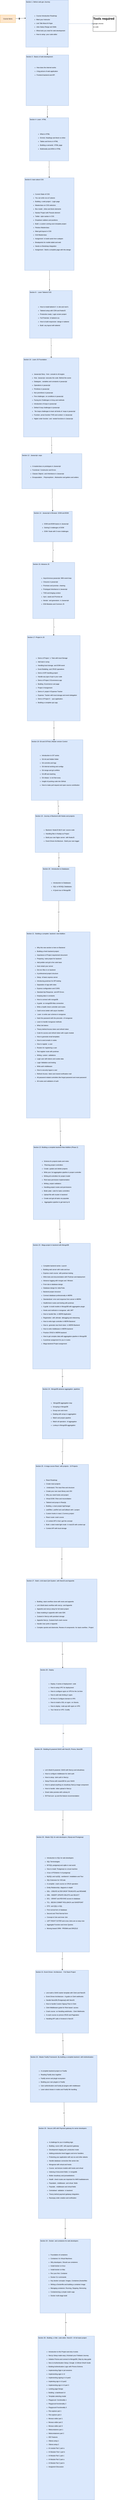
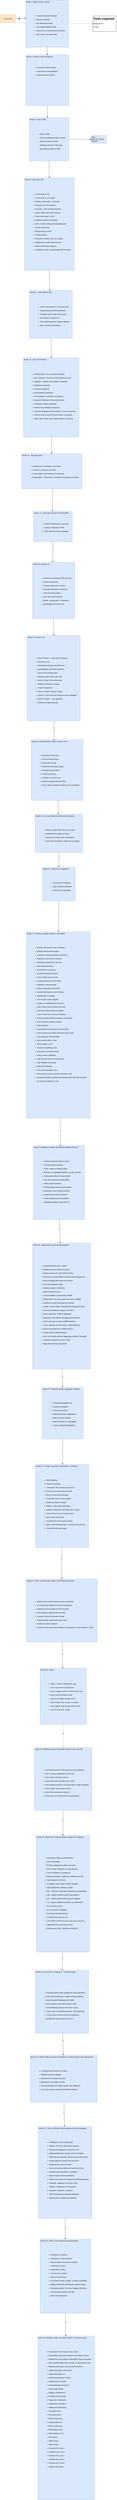
<mxfile host="65bd71144e">
    <diagram id="c_EHRjwDko8VzCd9NMD1" name="Notes">
-         <mxGraphModel dx="2178" dy="1175" grid="0" gridSize="10" guides="1" tooltips="1" connect="1" arrows="1" fold="1" page="0" pageScale="1" pageWidth="850" pageHeight="1100" math="0" shadow="0">
+         <mxGraphModel dx="1878" dy="1175" grid="0" gridSize="10" guides="1" tooltips="1" connect="1" arrows="1" fold="1" page="0" pageScale="1" pageWidth="850" pageHeight="1100" math="0" shadow="0">
            <root>
                <mxCell id="0"/>
                <mxCell id="1" parent="0"/>
                <mxCell id="4" value="Course Items" style="rounded=0;whiteSpace=wrap;html=1;fillColor=#ffe6cc;strokeColor=#d79b00;" vertex="1" parent="1">
                    <mxGeometry x="-1015" y="-642" width="120" height="60" as="geometry"/>
                </mxCell>
                <mxCell id="10" style="edgeStyle=none;html=1;entryX=0.5;entryY=0;entryDx=0;entryDy=0;" edge="1" parent="1" source="7" target="9">
                    <mxGeometry relative="1" as="geometry"/>
                </mxCell>
                <mxCell id="18" value="1" style="edgeLabel;html=1;align=center;verticalAlign=middle;resizable=0;points=[];" vertex="1" connectable="0" parent="10">
                    <mxGeometry x="-0.3668" y="-1" relative="1" as="geometry">
                        <mxPoint as="offset"/>
                    </mxGeometry>
                </mxCell>
                <mxCell id="94" style="edgeStyle=none;html=1;fillColor=#dae8fc;strokeColor=#6c8ebf;" edge="1" parent="1" source="7" target="93">
                    <mxGeometry relative="1" as="geometry"/>
                </mxCell>
                <mxCell id="7" value="Section 1- Before web gev Journey&#xa;&lt;p class=&quot;p2&quot;&gt;&lt;br&gt;&lt;/p&gt;&#xa;&lt;ul class=&quot;ul1&quot;&gt;&#xa;&lt;ul class=&quot;ul1&quot;&gt;&#xa;&lt;li class=&quot;li1&quot;&gt;Course Introduction Roadmap&lt;/li&gt;&#xa;&lt;li class=&quot;li1&quot;&gt;Meet your Instructor&lt;span class=&quot;Apple-converted-space&quot;&gt;&amp;nbsp;&lt;/span&gt;&lt;/li&gt;&#xa;&lt;li class=&quot;li1&quot;&gt;Lets Talk About AI Hype&lt;/li&gt;&#xa;&lt;li class=&quot;li1&quot;&gt;Jobs Salary Range and Skills&lt;/li&gt;&#xa;&lt;li class=&quot;li1&quot;&gt;What tools you need for web development&lt;/li&gt;&#xa;&lt;li class=&quot;li1&quot;&gt;How to setup&lt;span class=&quot;Apple-converted-space&quot;&gt;&amp;nbsp; &lt;/span&gt;your code editor&lt;/li&gt;&#xa;&lt;/ul&gt;&#xa;&lt;/ul&gt;" style="text;whiteSpace=wrap;html=1;fillColor=#dae8fc;strokeColor=#6c8ebf;" vertex="1" parent="1">
                    <mxGeometry x="-815" y="-757" width="332" height="365" as="geometry"/>
                </mxCell>
                <mxCell id="8" style="edgeStyle=none;html=1;entryX=0;entryY=0.384;entryDx=0;entryDy=0;entryPerimeter=0;" edge="1" parent="1" source="4" target="7">
                    <mxGeometry relative="1" as="geometry"/>
                </mxCell>
                <mxCell id="17" value="0" style="edgeLabel;html=1;align=center;verticalAlign=middle;resizable=0;points=[];fontColor=#FFFFFF;labelBackgroundColor=light-dark(#0d0d0d, #ededed);spacingTop=5;" vertex="1" connectable="0" parent="8">
                    <mxGeometry x="-0.2733" y="2" relative="1" as="geometry">
                        <mxPoint as="offset"/>
                    </mxGeometry>
                </mxCell>
                <mxCell id="9" value="Section 3 - Basics of web development &lt;br&gt;&#xa;&#xa;&lt;ul class=&quot;ul1&quot;&gt;&#xa;&lt;ul class=&quot;ul1&quot;&gt;&#xa;&lt;li class=&quot;li1&quot;&gt;How does the internet works&lt;span class=&quot;Apple-converted-space&quot;&gt;&amp;nbsp;&lt;/span&gt;&lt;/li&gt;&#xa;&lt;li class=&quot;li1&quot;&gt;A big picture of web application&lt;/li&gt;&#xa;&lt;li class=&quot;li1&quot;&gt;Frontend backend and API&lt;br&gt;&#xa;&lt;/li&gt;&#xa;&lt;/ul&gt;&#xa;&lt;/ul&gt;" style="text;whiteSpace=wrap;html=1;fillColor=#dae8fc;strokeColor=#6c8ebf;" vertex="1" parent="1">
                    <mxGeometry x="-813" y="-332" width="332" height="393" as="geometry"/>
                </mxCell>
                <mxCell id="14" style="edgeStyle=none;html=1;" edge="1" parent="1" source="11" target="13">
                    <mxGeometry relative="1" as="geometry"/>
                </mxCell>
                <mxCell id="20" value="3" style="edgeLabel;html=1;align=center;verticalAlign=middle;resizable=0;points=[];" vertex="1" connectable="0" parent="14">
                    <mxGeometry x="-0.2825" y="-2" relative="1" as="geometry">
                        <mxPoint as="offset"/>
                    </mxGeometry>
+                 </mxCell>
+                 <mxCell id="96" value="" style="edgeStyle=none;html=1;" edge="1" parent="1" source="11" target="95">
+                     <mxGeometry relative="1" as="geometry"/>
                </mxCell>
                <mxCell id="11" value="Section 4- Learn&lt;span class=&quot;Apple-converted-space&quot;&gt;&amp;nbsp; &lt;/span&gt;HTML&lt;br&gt;&#xa;&lt;br&gt;&#xa;&#xa;&lt;ul class=&quot;ul1&quot;&gt;&#xa;&lt;ul class=&quot;ul1&quot;&gt;&#xa;&lt;li class=&quot;li1&quot;&gt;What is HTML&lt;/li&gt;&#xa;&lt;li class=&quot;li1&quot;&gt;Emmet, Headings and block vs inline&lt;/li&gt;&#xa;&lt;li class=&quot;li1&quot;&gt;Tables and forms in HTML&lt;/li&gt;&#xa;&lt;li class=&quot;li1&quot;&gt;Building a semantic&lt;span class=&quot;Apple-converted-space&quot;&gt;&amp;nbsp; &lt;/span&gt;HTML page&lt;/li&gt;&#xa;&lt;li class=&quot;li1&quot;&gt;Multimedia and ARIA in HTML&lt;/li&gt;&#xa;&lt;/ul&gt;&#xa;&lt;/ul&gt;" style="text;whiteSpace=wrap;html=1;fillColor=#dae8fc;strokeColor=#6c8ebf;" vertex="1" parent="1">
                    <mxGeometry x="-786" y="155" width="305" height="335" as="geometry"/>
                </mxCell>
                <mxCell id="12" style="edgeStyle=none;html=1;entryX=0.456;entryY=-0.003;entryDx=0;entryDy=0;entryPerimeter=0;" edge="1" parent="1" source="9" target="11">
                    <mxGeometry relative="1" as="geometry"/>
                </mxCell>
                <mxCell id="19" value="2" style="edgeLabel;html=1;align=center;verticalAlign=middle;resizable=0;points=[];" vertex="1" connectable="0" parent="12">
                    <mxGeometry x="-0.3763" y="1" relative="1" as="geometry">
                        <mxPoint as="offset"/>
                    </mxGeometry>
                </mxCell>
                <mxCell id="13" value="Section 6- learn about CSS&lt;br&gt;&#xa;&lt;br&gt;&#xa;&#xa;&lt;ul class=&quot;ul1&quot;&gt;&#xa;&lt;ul class=&quot;ul1&quot;&gt;&#xa;&lt;li class=&quot;li1&quot;&gt;Current State of CSS&lt;/li&gt;&#xa;&lt;li class=&quot;li1&quot;&gt;You can write css at 3 places&lt;/li&gt;&#xa;&lt;li class=&quot;li1&quot;&gt;Building&lt;span class=&quot;Apple-converted-space&quot;&gt;&amp;nbsp; &lt;/span&gt;a web project - Login page&lt;/li&gt;&#xa;&lt;li class=&quot;li1&quot;&gt;Masterclass on CSS selectors&lt;/li&gt;&#xa;&lt;li class=&quot;li1&quot;&gt;Box model , inline and block elements&lt;/li&gt;&#xa;&lt;li class=&quot;li1&quot;&gt;Navbar Project with Pseudo element&lt;span class=&quot;Apple-converted-space&quot;&gt;&amp;nbsp;&lt;/span&gt;&lt;/li&gt;&#xa;&lt;li class=&quot;li1&quot;&gt;Twitter&lt;span class=&quot;Apple-converted-space&quot;&gt;&amp;nbsp; &lt;/span&gt;style navbar in CSS&lt;/li&gt;&#xa;&lt;li class=&quot;li1&quot;&gt;Dropdown nabbers and positions&lt;span class=&quot;Apple-converted-space&quot;&gt;&amp;nbsp;&lt;/span&gt;&lt;/li&gt;&#xa;&lt;li class=&quot;li1&quot;&gt;Build&lt;span class=&quot;Apple-converted-space&quot;&gt;&amp;nbsp; &lt;/span&gt;a custom coming soon template project&lt;/li&gt;&#xa;&lt;li class=&quot;li1&quot;&gt;Flexbox Masterclass&lt;span class=&quot;Apple-converted-space&quot;&gt;&amp;nbsp;&lt;/span&gt;&lt;/li&gt;&#xa;&lt;li class=&quot;li1&quot;&gt;Meet grid layout in CSS&lt;span class=&quot;Apple-converted-space&quot;&gt;&amp;nbsp;&lt;/span&gt;&lt;/li&gt;&#xa;&lt;li class=&quot;li1&quot;&gt;Grid Masterclass&lt;/li&gt;&#xa;&lt;li class=&quot;li1&quot;&gt;Assignment&lt;span class=&quot;Apple-converted-space&quot;&gt;&amp;nbsp; &lt;/span&gt;to build cards from codepen&lt;span class=&quot;Apple-converted-space&quot;&gt;&amp;nbsp;&lt;/span&gt;&lt;/li&gt;&#xa;&lt;li class=&quot;li1&quot;&gt;Breakpoints for mobile tablet and web&lt;/li&gt;&#xa;&lt;li class=&quot;li1&quot;&gt;Hands on Bootstrap integration&lt;/li&gt;&#xa;&lt;li class=&quot;li1&quot;&gt;Assignment - Build a complete page with this design&lt;/li&gt;&#xa;&lt;/ul&gt;&#xa;&lt;/ul&gt;" style="text;whiteSpace=wrap;html=1;fillColor=#dae8fc;strokeColor=#6c8ebf;" vertex="1" parent="1">
                    <mxGeometry x="-824" y="621" width="385" height="718" as="geometry"/>
                </mxCell>
                <mxCell id="23" style="edgeStyle=none;html=1;entryX=0.5;entryY=0;entryDx=0;entryDy=0;" edge="1" parent="1" source="15" target="22">
                    <mxGeometry relative="1" as="geometry"/>
                </mxCell>
                <mxCell id="26" value="5" style="edgeLabel;html=1;align=center;verticalAlign=middle;resizable=0;points=[];" vertex="1" connectable="0" parent="23">
                    <mxGeometry x="-0.2369" relative="1" as="geometry">
                        <mxPoint as="offset"/>
                    </mxGeometry>
                </mxCell>
                <mxCell id="15" value="Section 8 -&lt;span class=&quot;Apple-converted-space&quot;&gt;&amp;nbsp; &lt;/span&gt;Learn Tailwind CSS&lt;br&gt;&#xa;&lt;br&gt;&#xa;&#xa;&lt;ul class=&quot;ul1&quot;&gt;&#xa;&lt;ul class=&quot;ul1&quot;&gt;&#xa;&lt;li class=&quot;li1&quot;&gt;How to install tailwind 4&lt;span class=&quot;Apple-converted-space&quot;&gt;&amp;nbsp; &lt;/span&gt;in site and next’s&lt;/li&gt;&#xa;&lt;li class=&quot;li1&quot;&gt;Tailwind setup with CDN and NodeJS&lt;/li&gt;&#xa;&lt;li class=&quot;li1&quot;&gt;Production ready&lt;span class=&quot;Apple-converted-space&quot;&gt;&amp;nbsp; &lt;/span&gt;Login screen project&lt;/li&gt;&#xa;&lt;li class=&quot;li1&quot;&gt;Full Potential&lt;span class=&quot;Apple-converted-space&quot;&gt;&amp;nbsp; &lt;/span&gt;of tailwind css&lt;span class=&quot;Apple-converted-space&quot;&gt;&amp;nbsp;&lt;/span&gt;&lt;/li&gt;&#xa;&lt;li class=&quot;li1&quot;&gt;How to build responsive&lt;span class=&quot;Apple-converted-space&quot;&gt;&amp;nbsp; &lt;/span&gt;design in tailwind&lt;/li&gt;&#xa;&lt;li class=&quot;li1&quot;&gt;Build&lt;span class=&quot;Apple-converted-space&quot;&gt;&amp;nbsp; &lt;/span&gt;any layout with tailwind&lt;/li&gt;&#xa;&lt;/ul&gt;&#xa;&lt;/ul&gt;" style="text;whiteSpace=wrap;html=1;fillColor=#dae8fc;strokeColor=#6c8ebf;" vertex="1" parent="1">
                    <mxGeometry x="-786" y="1495" width="333" height="370" as="geometry"/>
                </mxCell>
                <mxCell id="16" style="edgeStyle=none;html=1;entryX=0.468;entryY=0.003;entryDx=0;entryDy=0;entryPerimeter=0;" edge="1" parent="1" source="13" target="15">
                    <mxGeometry relative="1" as="geometry"/>
                </mxCell>
                <mxCell id="21" value="4" style="edgeLabel;html=1;align=center;verticalAlign=middle;resizable=0;points=[];" vertex="1" connectable="0" parent="16">
                    <mxGeometry x="-0.1435" y="-1" relative="1" as="geometry">
                        <mxPoint as="offset"/>
                    </mxGeometry>
                </mxCell>
                <mxCell id="25" value="6" style="edgeStyle=none;html=1;" edge="1" parent="1" source="22" target="24">
                    <mxGeometry relative="1" as="geometry"/>
                </mxCell>
                <mxCell id="22" value="Section 10 - Learn JS Foundation&lt;br&gt;&#xa;&lt;br&gt;&#xa;&#xa;&lt;ul class=&quot;ul1&quot;&gt;&#xa;&lt;ul class=&quot;ul1&quot;&gt;&#xa;&lt;li class=&quot;li1&quot;&gt;Javascript Story - from&lt;span class=&quot;Apple-converted-space&quot;&gt;&amp;nbsp; &lt;/span&gt;console to v8 engine&lt;span class=&quot;Apple-converted-space&quot;&gt;&amp;nbsp;&lt;/span&gt;&lt;/li&gt;&#xa;&lt;li class=&quot;li1&quot;&gt;How&lt;span class=&quot;Apple-converted-space&quot;&gt;&amp;nbsp; &lt;/span&gt;Javascript&lt;span class=&quot;Apple-converted-space&quot;&gt;&amp;nbsp; &lt;/span&gt;executes the code- Behind the scene&lt;span class=&quot;Apple-converted-space&quot;&gt;&amp;nbsp;&lt;/span&gt;&lt;/li&gt;&#xa;&lt;li class=&quot;li1&quot;&gt;Datatypes , variables and constants in javascript&lt;/li&gt;&#xa;&lt;li class=&quot;li1&quot;&gt;Operations in javascript&lt;/li&gt;&#xa;&lt;li class=&quot;li1&quot;&gt;Primitives in javascript&lt;/li&gt;&#xa;&lt;li class=&quot;li1&quot;&gt;Non premitives in javascript&lt;/li&gt;&#xa;&lt;li class=&quot;li1&quot;&gt;Five challenges&lt;span class=&quot;Apple-converted-space&quot;&gt;&amp;nbsp; &lt;/span&gt;on conditions in javascript&lt;/li&gt;&#xa;&lt;li class=&quot;li1&quot;&gt;Facing ten Challenges in Array and methods&lt;span class=&quot;Apple-converted-space&quot;&gt;&amp;nbsp;&lt;/span&gt;&lt;/li&gt;&#xa;&lt;li class=&quot;li1&quot;&gt;Introduction of loops in javascript&lt;/li&gt;&#xa;&lt;li class=&quot;li1&quot;&gt;Defeat 6 loop challenges in javascript&lt;span class=&quot;Apple-converted-space&quot;&gt;&amp;nbsp;&lt;/span&gt;&lt;/li&gt;&#xa;&lt;li class=&quot;li1&quot;&gt;&lt;span class=&quot;Apple-converted-space&quot;&gt;&amp;nbsp;&lt;/span&gt;Ten loops challenges to learn all kinds of&lt;span class=&quot;Apple-converted-space&quot;&gt;&amp;nbsp; &lt;/span&gt;loops in javascript&lt;span class=&quot;Apple-converted-space&quot;&gt;&amp;nbsp;&lt;/span&gt;&lt;/li&gt;&#xa;&lt;li class=&quot;li1&quot;&gt;Function ,arrow function THIS and context&lt;span class=&quot;Apple-converted-space&quot;&gt;&amp;nbsp; &lt;/span&gt;in Javascript&lt;span class=&quot;Apple-converted-space&quot;&gt;&amp;nbsp;&lt;/span&gt;&lt;/li&gt;&#xa;&lt;li class=&quot;li1&quot;&gt;Higher order function&lt;span class=&quot;Apple-converted-space&quot;&gt;&amp;nbsp; &lt;/span&gt;and&lt;span class=&quot;Apple-converted-space&quot;&gt;&amp;nbsp; &lt;/span&gt;nested functions in Javascript&lt;/li&gt;&#xa;&lt;/ul&gt;&#xa;&lt;/ul&gt;" style="text;whiteSpace=wrap;html=1;fillColor=#dae8fc;strokeColor=#6c8ebf;" vertex="1" parent="1">
                    <mxGeometry x="-833" y="2017" width="432" height="614" as="geometry"/>
                </mxCell>
                <mxCell id="28" style="edgeStyle=none;html=1;" edge="1" parent="1" source="24" target="27">
                    <mxGeometry relative="1" as="geometry"/>
                </mxCell>
                <mxCell id="31" value="7" style="edgeLabel;html=1;align=center;verticalAlign=middle;resizable=0;points=[];" vertex="1" connectable="0" parent="28">
                    <mxGeometry x="-0.1548" y="-2" relative="1" as="geometry">
                        <mxPoint as="offset"/>
                    </mxGeometry>
                </mxCell>
                <mxCell id="24" value="Section 12 - Javascript -oops&lt;br&gt;&#xa;&#xa;&lt;ul class=&quot;ul1&quot;&gt;&#xa;&lt;ul class=&quot;ul1&quot;&gt;&#xa;&lt;li class=&quot;li1&quot;&gt;A masterclass on prototypes in Javascript&lt;/li&gt;&#xa;&lt;li class=&quot;li1&quot;&gt;Functional&lt;span class=&quot;Apple-converted-space&quot;&gt;&amp;nbsp; &lt;/span&gt;Constructor and Errors&lt;span class=&quot;Apple-converted-space&quot;&gt;&amp;nbsp;&lt;/span&gt;&lt;/li&gt;&#xa;&lt;li class=&quot;li1&quot;&gt;Classes Objects&lt;span class=&quot;Apple-converted-space&quot;&gt;&amp;nbsp; &lt;/span&gt;and Inheritance in Javascript&lt;span class=&quot;Apple-converted-space&quot;&gt;&amp;nbsp;&lt;/span&gt;&lt;/li&gt;&#xa;&lt;li class=&quot;li1&quot;&gt;Encapsulation&lt;span class=&quot;Apple-converted-space&quot;&gt;&amp;nbsp; &lt;/span&gt;, Polymorphism , Abstraction and getters and setters&lt;/li&gt;&#xa;&lt;/ul&gt;&#xa;&lt;/ul&gt;" style="text;whiteSpace=wrap;html=1;fillColor=#dae8fc;strokeColor=#6c8ebf;" vertex="1" parent="1">
                    <mxGeometry x="-846" y="2760" width="468" height="272" as="geometry"/>
                </mxCell>
                <mxCell id="27" value="Section 14 - Javascript in Browser -DOM and BOM&lt;br&gt;&#xa;&#xa;&lt;ul class=&quot;ul1&quot;&gt;&#xa;&lt;ul class=&quot;ul1&quot;&gt;&#xa;&lt;li class=&quot;li1&quot;&gt;DOM and BOM basics in Javascript&lt;/li&gt;&#xa;&lt;li class=&quot;li1&quot;&gt;Solving 5 challenges of DOM&lt;span class=&quot;Apple-converted-space&quot;&gt;&amp;nbsp;&lt;/span&gt;&lt;/li&gt;&#xa;&lt;li class=&quot;li1&quot;&gt;DOM&lt;span class=&quot;Apple-converted-space&quot;&gt;&amp;nbsp; &lt;/span&gt;finale with 5 more challenges&lt;span class=&quot;Apple-converted-space&quot;&gt;&amp;nbsp;&lt;/span&gt;&lt;/li&gt;&#xa;&lt;/ul&gt;&#xa;&lt;/ul&gt;" style="text;whiteSpace=wrap;html=1;fillColor=#dae8fc;strokeColor=#6c8ebf;" vertex="1" parent="1">
                    <mxGeometry x="-754" y="3207" width="301" height="237" as="geometry"/>
                </mxCell>
                <mxCell id="34" style="edgeStyle=none;html=1;exitX=0.5;exitY=1;exitDx=0;exitDy=0;entryX=0.5;entryY=0;entryDx=0;entryDy=0;" edge="1" parent="1" source="29" target="33">
                    <mxGeometry relative="1" as="geometry"/>
                </mxCell>
                <mxCell id="35" value="9" style="edgeLabel;html=1;align=center;verticalAlign=middle;resizable=0;points=[];" vertex="1" connectable="0" parent="34">
                    <mxGeometry x="0.0013" y="1" relative="1" as="geometry">
                        <mxPoint as="offset"/>
                    </mxGeometry>
                </mxCell>
                <mxCell id="29" value="Section 15- Advance JS&#xa;&lt;p class=&quot;p2&quot;&gt;&lt;br&gt;&lt;/p&gt;&#xa;&lt;ul class=&quot;ul1&quot;&gt;&#xa;&lt;ul class=&quot;ul1&quot;&gt;&#xa;&lt;li class=&quot;li1&quot;&gt;Asynchronous javascript. With event loop&lt;/li&gt;&#xa;&lt;li class=&quot;li1&quot;&gt;Closures in javascript&lt;span class=&quot;Apple-converted-space&quot;&gt;&amp;nbsp;&lt;/span&gt;&lt;/li&gt;&#xa;&lt;li class=&quot;li1&quot;&gt;Promises and promise&lt;span class=&quot;Apple-converted-space&quot;&gt;&amp;nbsp; &lt;/span&gt;chaining&lt;/li&gt;&#xa;&lt;li class=&quot;li1&quot;&gt;Prototypal Inheritance in Javascript&lt;/li&gt;&#xa;&lt;li class=&quot;li1&quot;&gt;THIS and binging context&lt;/li&gt;&#xa;&lt;li class=&quot;li1&quot;&gt;Aync -await and Promise all&lt;/li&gt;&#xa;&lt;li class=&quot;li1&quot;&gt;Iterator&lt;span class=&quot;Apple-converted-space&quot;&gt;&amp;nbsp; &lt;/span&gt;and generators&lt;span class=&quot;Apple-converted-space&quot;&gt;&amp;nbsp; &lt;/span&gt;in Javascript&lt;/li&gt;&#xa;&lt;li class=&quot;li1&quot;&gt;ES6 Modules and Common JS&lt;span class=&quot;Apple-converted-space&quot;&gt;&amp;nbsp;&lt;/span&gt;&lt;/li&gt;&#xa;&lt;/ul&gt;&#xa;&lt;/ul&gt;" style="text;whiteSpace=wrap;html=1;fillColor=#dae8fc;strokeColor=#6c8ebf;" vertex="1" parent="1">
                    <mxGeometry x="-761" y="3604" width="327" height="435" as="geometry"/>
                </mxCell>
                <mxCell id="30" style="edgeStyle=none;html=1;entryX=0.48;entryY=-0.005;entryDx=0;entryDy=0;entryPerimeter=0;" edge="1" parent="1" source="27" target="29">
                    <mxGeometry relative="1" as="geometry"/>
                </mxCell>
                <mxCell id="32" value="8" style="edgeLabel;html=1;align=center;verticalAlign=middle;resizable=0;points=[];" vertex="1" connectable="0" parent="30">
                    <mxGeometry x="-0.1763" y="2" relative="1" as="geometry">
                        <mxPoint as="offset"/>
                    </mxGeometry>
                </mxCell>
                <mxCell id="33" value="Section 17 -Project in JS&#xa;&lt;p class=&quot;p2&quot;&gt;&lt;br&gt;&lt;/p&gt;&#xa;&lt;p class=&quot;p2&quot;&gt;&lt;br&gt;&lt;/p&gt;&#xa;&lt;ul class=&quot;ul1&quot;&gt;&#xa;&lt;ul class=&quot;ul1&quot;&gt;&#xa;&lt;li class=&quot;li1&quot;&gt;Demo of Project&lt;span class=&quot;Apple-converted-space&quot;&gt;&amp;nbsp; &lt;/span&gt;1- Todo with local Storage&lt;/li&gt;&#xa;&lt;li class=&quot;li1&quot;&gt;Add task in array&lt;/li&gt;&#xa;&lt;li class=&quot;li1&quot;&gt;Handling local storage&lt;span class=&quot;Apple-converted-space&quot;&gt;&amp;nbsp; &lt;/span&gt;and DOM event&lt;span class=&quot;Apple-converted-space&quot;&gt;&amp;nbsp;&lt;/span&gt;&lt;/li&gt;&#xa;&lt;li class=&quot;li1&quot;&gt;Event Bubbling&lt;span class=&quot;Apple-converted-space&quot;&gt;&amp;nbsp; &lt;/span&gt;and CRUD operations&lt;span class=&quot;Apple-converted-space&quot;&gt;&amp;nbsp;&lt;/span&gt;&lt;/li&gt;&#xa;&lt;li class=&quot;li1&quot;&gt;Demo of API handling project&lt;/li&gt;&#xa;&lt;li class=&quot;li1&quot;&gt;Handle any type of api in your code&lt;span class=&quot;Apple-converted-space&quot;&gt;&amp;nbsp;&lt;/span&gt;&lt;/li&gt;&#xa;&lt;li class=&quot;li1&quot;&gt;Demo of Project 3 Ecommerce app&lt;/li&gt;&#xa;&lt;li class=&quot;li1&quot;&gt;Building&lt;span class=&quot;Apple-converted-space&quot;&gt;&amp;nbsp; &lt;/span&gt;Ecommerce cart page&lt;/li&gt;&#xa;&lt;li class=&quot;li1&quot;&gt;Project 3 Assignment&lt;span class=&quot;Apple-converted-space&quot;&gt;&amp;nbsp;&lt;/span&gt;&lt;/li&gt;&#xa;&lt;li class=&quot;li1&quot;&gt;Demo of&lt;span class=&quot;Apple-converted-space&quot;&gt;&amp;nbsp; &lt;/span&gt;project 4 Expense Tracker&lt;/li&gt;&#xa;&lt;li class=&quot;li1&quot;&gt;Expense&lt;span class=&quot;Apple-converted-space&quot;&gt;&amp;nbsp; &lt;/span&gt;Tracker with local storage and event delegation&lt;/li&gt;&#xa;&lt;li class=&quot;li1&quot;&gt;Demo of Project 5&lt;span class=&quot;Apple-converted-space&quot;&gt;&amp;nbsp; &lt;/span&gt;- quiz application.&lt;/li&gt;&#xa;&lt;li class=&quot;li1&quot;&gt;Building a complete quiz app.&lt;/li&gt;&#xa;&lt;/ul&gt;&#xa;&lt;/ul&gt;" style="text;whiteSpace=wrap;html=1;fillColor=#dae8fc;strokeColor=#6c8ebf;" vertex="1" parent="1">
                    <mxGeometry x="-803.5" y="4171" width="412" height="662" as="geometry"/>
                </mxCell>
                <mxCell id="39" style="edgeStyle=none;html=1;" edge="1" parent="1" source="36" target="38">
                    <mxGeometry relative="1" as="geometry"/>
                </mxCell>
                <mxCell id="41" value="11" style="edgeLabel;html=1;align=center;verticalAlign=middle;resizable=0;points=[];" vertex="1" connectable="0" parent="39">
                    <mxGeometry x="-0.184" y="2" relative="1" as="geometry">
                        <mxPoint as="offset"/>
                    </mxGeometry>
                </mxCell>
                <mxCell id="36" value="Section 18 -Git and GITHub | Master version Control&#xa;&lt;p class=&quot;p2&quot;&gt;&lt;br&gt;&lt;/p&gt;&#xa;&lt;ul class=&quot;ul1&quot;&gt;&#xa;&lt;ul class=&quot;ul1&quot;&gt;&#xa;&lt;li class=&quot;li1&quot;&gt;Introduction to GIT series&lt;/li&gt;&#xa;&lt;li class=&quot;li1&quot;&gt;Git init and hidden folder&lt;/li&gt;&#xa;&lt;li class=&quot;li1&quot;&gt;Git commits and logs&lt;/li&gt;&#xa;&lt;li class=&quot;li1&quot;&gt;Git internal working and configs&lt;/li&gt;&#xa;&lt;li class=&quot;li1&quot;&gt;Git merge and git conflicts&lt;span class=&quot;Apple-converted-space&quot;&gt;&amp;nbsp;&lt;/span&gt;&lt;/li&gt;&#xa;&lt;li class=&quot;li1&quot;&gt;Git diff and stashing&lt;span class=&quot;Apple-converted-space&quot;&gt;&amp;nbsp;&lt;/span&gt;&lt;/li&gt;&#xa;&lt;li class=&quot;li1&quot;&gt;Git rebase&lt;span class=&quot;Apple-converted-space&quot;&gt;&amp;nbsp; &lt;/span&gt;is not that scary&lt;span class=&quot;Apple-converted-space&quot;&gt;&amp;nbsp;&lt;/span&gt;&lt;/li&gt;&#xa;&lt;li class=&quot;li1&quot;&gt;Insight of pushing code into GitHub&lt;/li&gt;&#xa;&lt;li class=&quot;li1&quot;&gt;How to make pull request and open source contribution&lt;/li&gt;&#xa;&lt;/ul&gt;&#xa;&lt;/ul&gt;" style="text;whiteSpace=wrap;html=1;fillColor=#dae8fc;strokeColor=#6c8ebf;" vertex="1" parent="1">
                    <mxGeometry x="-772" y="4979" width="402" height="470" as="geometry"/>
                </mxCell>
                <mxCell id="37" style="edgeStyle=none;html=1;entryX=0.44;entryY=0.011;entryDx=0;entryDy=0;entryPerimeter=0;" edge="1" parent="1" source="33" target="36">
                    <mxGeometry relative="1" as="geometry"/>
                </mxCell>
                <mxCell id="40" value="10" style="edgeLabel;html=1;align=center;verticalAlign=middle;resizable=0;points=[];" vertex="1" connectable="0" parent="37">
                    <mxGeometry x="-0.2857" y="-2" relative="1" as="geometry">
                        <mxPoint as="offset"/>
                    </mxGeometry>
                </mxCell>
                <mxCell id="43" style="edgeStyle=none;html=1;" edge="1" parent="1" source="38" target="42">
                    <mxGeometry relative="1" as="geometry"/>
                </mxCell>
                <mxCell id="44" value="12" style="edgeLabel;html=1;align=center;verticalAlign=middle;resizable=0;points=[];" vertex="1" connectable="0" parent="43">
                    <mxGeometry x="-0.2807" y="-1" relative="1" as="geometry">
                        <mxPoint as="offset"/>
                    </mxGeometry>
                </mxCell>
                <mxCell id="38" value="Section 19 - Journey of Backend with Nodes and projects&#xa;&lt;p class=&quot;p2&quot;&gt;&lt;br&gt;&lt;/p&gt;&#xa;&lt;ul class=&quot;ul1&quot;&gt;&#xa;&lt;ul class=&quot;ul1&quot;&gt;&#xa;&lt;li class=&quot;li1&quot;&gt;Backend -NodeJS libUV and&lt;span class=&quot;Apple-converted-space&quot;&gt;&amp;nbsp; &lt;/span&gt;source code&lt;span class=&quot;Apple-converted-space&quot;&gt;&amp;nbsp;&lt;/span&gt;&lt;/li&gt;&#xa;&lt;li class=&quot;li1&quot;&gt;Handling files in Nodejs as Project&lt;/li&gt;&#xa;&lt;li class=&quot;li1&quot;&gt;Build your own Nginx server&lt;span class=&quot;Apple-converted-space&quot;&gt;&amp;nbsp; &lt;/span&gt;with NodeJS&lt;/li&gt;&#xa;&lt;li class=&quot;li1&quot;&gt;Event Driven Architecture - Build your own logger&lt;/li&gt;&#xa;&lt;/ul&gt;&#xa;&lt;/ul&gt;" style="text;whiteSpace=wrap;html=1;fillColor=#dae8fc;strokeColor=#6c8ebf;" vertex="1" parent="1">
                    <mxGeometry x="-742" y="5557" width="369" height="296" as="geometry"/>
                </mxCell>
                <mxCell id="46" style="edgeStyle=none;html=1;" edge="1" parent="1" source="42" target="45">
                    <mxGeometry relative="1" as="geometry"/>
                </mxCell>
                <mxCell id="47" value="13" style="edgeLabel;html=1;align=center;verticalAlign=middle;resizable=0;points=[];" vertex="1" connectable="0" parent="46">
                    <mxGeometry x="-0.278" y="-2" relative="1" as="geometry">
                        <mxPoint as="offset"/>
                    </mxGeometry>
                </mxCell>
                <mxCell id="42" value="Section 20 - Introduction to Databases&#xa;&lt;p class=&quot;p2&quot;&gt;&lt;br&gt;&lt;/p&gt;&#xa;&lt;ul class=&quot;ul1&quot;&gt;&#xa;&lt;ul class=&quot;ul1&quot;&gt;&#xa;&lt;li class=&quot;li1&quot;&gt;Introduction to Databases&lt;/li&gt;&#xa;&lt;li class=&quot;li1&quot;&gt;SQL vs NOSQL Databases&lt;/li&gt;&#xa;&lt;li class=&quot;li1&quot;&gt;A Quick tour of MongoDB&lt;/li&gt;&#xa;&lt;/ul&gt;&#xa;&lt;/ul&gt;" style="text;whiteSpace=wrap;html=1;fillColor=#dae8fc;strokeColor=#6c8ebf;" vertex="1" parent="1">
                    <mxGeometry x="-684" y="5967" width="253" height="261" as="geometry"/>
                </mxCell>
                <mxCell id="45" value="Section 21 - Building a complete&lt;span class=&quot;Apple-converted-space&quot;&gt;&amp;nbsp; &lt;/span&gt;backend -new Addition&lt;span class=&quot;Apple-converted-space&quot;&gt;&amp;nbsp;&lt;/span&gt;&#xa;&lt;p class=&quot;p2&quot;&gt;&lt;br&gt;&lt;/p&gt;&#xa;&lt;ul class=&quot;ul1&quot;&gt;&#xa;&lt;ul class=&quot;ul1&quot;&gt;&#xa;&lt;li class=&quot;li1&quot;&gt;Why this new section is here on Backend&lt;/li&gt;&#xa;&lt;li class=&quot;li1&quot;&gt;Building a fresh backend project&lt;/li&gt;&#xa;&lt;li class=&quot;li1&quot;&gt;Importance of Project requirement document&lt;span class=&quot;Apple-converted-space&quot;&gt;&amp;nbsp;&lt;/span&gt;&lt;/li&gt;&#xa;&lt;li class=&quot;li1&quot;&gt;Preparing&lt;span class=&quot;Apple-converted-space&quot;&gt;&amp;nbsp; &lt;/span&gt;node project for backend&lt;span class=&quot;Apple-converted-space&quot;&gt;&amp;nbsp;&lt;/span&gt;&lt;/li&gt;&#xa;&lt;li class=&quot;li1&quot;&gt;Add prettier and git to the code base&lt;span class=&quot;Apple-converted-space&quot;&gt;&amp;nbsp;&lt;/span&gt;&lt;/li&gt;&#xa;&lt;li class=&quot;li1&quot;&gt;Auto restart your server&lt;/li&gt;&#xa;&lt;li class=&quot;li1&quot;&gt;Dot env files in on backend&lt;/li&gt;&#xa;&lt;li class=&quot;li1&quot;&gt;A professional project structure&lt;span class=&quot;Apple-converted-space&quot;&gt;&amp;nbsp;&lt;/span&gt;&lt;/li&gt;&#xa;&lt;li class=&quot;li1&quot;&gt;Setup&lt;span class=&quot;Apple-converted-space&quot;&gt;&amp;nbsp; &lt;/span&gt;of basic express server&lt;/li&gt;&#xa;&lt;li class=&quot;li1&quot;&gt;Introducing postman for API testing&lt;/li&gt;&#xa;&lt;li class=&quot;li1&quot;&gt;Separation of app with index&lt;/li&gt;&#xa;&lt;li class=&quot;li1&quot;&gt;Express configuration and CORS&lt;/li&gt;&#xa;&lt;li class=&quot;li1&quot;&gt;Standard Api Response&lt;span class=&quot;Apple-converted-space&quot;&gt;&amp;nbsp; &lt;/span&gt;and API Errors&lt;span class=&quot;Apple-converted-space&quot;&gt;&amp;nbsp;&lt;/span&gt;&lt;/li&gt;&#xa;&lt;li class=&quot;li1&quot;&gt;Keeping data in constants&lt;span class=&quot;Apple-converted-space&quot;&gt;&amp;nbsp;&lt;/span&gt;&lt;/li&gt;&#xa;&lt;li class=&quot;li1&quot;&gt;How to connect with mongoDB&lt;/li&gt;&#xa;&lt;li class=&quot;li1&quot;&gt;A guide&lt;span class=&quot;Apple-converted-space&quot;&gt;&amp;nbsp; &lt;/span&gt;on mongoDB Atlas connection&lt;/li&gt;&#xa;&lt;li class=&quot;li1&quot;&gt;Write a health check controller and routes&lt;/li&gt;&#xa;&lt;li class=&quot;li1&quot;&gt;Catch errors better with async handlers&lt;/li&gt;&#xa;&lt;li class=&quot;li1&quot;&gt;&lt;span class=&quot;Apple-converted-space&quot;&gt;&amp;nbsp;&lt;/span&gt;Learn&lt;span class=&quot;Apple-converted-space&quot;&gt;&amp;nbsp; &lt;/span&gt;to write user schema in mongoose&lt;span class=&quot;Apple-converted-space&quot;&gt;&amp;nbsp;&lt;/span&gt;&lt;/li&gt;&#xa;&lt;li class=&quot;li1&quot;&gt;Hash the password with the precooks&lt;span class=&quot;Apple-converted-space&quot;&gt;&amp;nbsp; &lt;/span&gt;of mongoose&lt;span class=&quot;Apple-converted-space&quot;&gt;&amp;nbsp;&lt;/span&gt;&lt;/li&gt;&#xa;&lt;li class=&quot;li1&quot;&gt;Learn to handle mongoose methods&lt;span class=&quot;Apple-converted-space&quot;&gt;&amp;nbsp;&lt;/span&gt;&lt;/li&gt;&#xa;&lt;li class=&quot;li1&quot;&gt;What Jwt tokens&lt;/li&gt;&#xa;&lt;li class=&quot;li1&quot;&gt;Theory behind Access token and refresh token&lt;/li&gt;&#xa;&lt;li class=&quot;li1&quot;&gt;Code for access and refresh token with crypto module&lt;/li&gt;&#xa;&lt;li class=&quot;li1&quot;&gt;How to generate email templates&lt;span class=&quot;Apple-converted-space&quot;&gt;&amp;nbsp;&lt;/span&gt;&lt;/li&gt;&#xa;&lt;li class=&quot;li1&quot;&gt;How to send emails in nodes&lt;/li&gt;&#xa;&lt;li class=&quot;li1&quot;&gt;How to register&lt;span class=&quot;Apple-converted-space&quot;&gt;&amp;nbsp; &lt;/span&gt;a user&lt;span class=&quot;Apple-converted-space&quot;&gt;&amp;nbsp;&lt;/span&gt;&lt;/li&gt;&#xa;&lt;li class=&quot;li1&quot;&gt;Routers for registering a user&lt;/li&gt;&#xa;&lt;li class=&quot;li1&quot;&gt;Test register route with postman&lt;/li&gt;&#xa;&lt;li class=&quot;li1&quot;&gt;Writing&lt;span class=&quot;Apple-converted-space&quot;&gt;&amp;nbsp; &lt;/span&gt;custom&lt;span class=&quot;Apple-converted-space&quot;&gt;&amp;nbsp; &lt;/span&gt;validations&lt;span class=&quot;Apple-converted-space&quot;&gt;&amp;nbsp;&lt;/span&gt;&lt;/li&gt;&#xa;&lt;li class=&quot;li1&quot;&gt;Login user with tokens and cookie data&lt;span class=&quot;Apple-converted-space&quot;&gt;&amp;nbsp;&lt;/span&gt;&lt;/li&gt;&#xa;&lt;li class=&quot;li1&quot;&gt;Login Validation and testing&lt;/li&gt;&#xa;&lt;li class=&quot;li1&quot;&gt;Write auth middleware&lt;/li&gt;&#xa;&lt;li class=&quot;li1&quot;&gt;How to securely logout a user&lt;/li&gt;&#xa;&lt;li class=&quot;li1&quot;&gt;Refresh Access&lt;span class=&quot;Apple-converted-space&quot;&gt;&amp;nbsp; &lt;/span&gt;token and resend verification mail&lt;/li&gt;&#xa;&lt;li class=&quot;li1&quot;&gt;All password related controllers like forgot password and reset password&lt;span class=&quot;Apple-converted-space&quot;&gt;&amp;nbsp;&lt;/span&gt;&lt;/li&gt;&#xa;&lt;li class=&quot;li1&quot;&gt;All routes and validators of auth&lt;/li&gt;&#xa;&lt;/ul&gt;&#xa;&lt;/ul&gt;" style="text;whiteSpace=wrap;html=1;fillColor=#dae8fc;strokeColor=#6c8ebf;" vertex="1" parent="1">
                    <mxGeometry x="-810" y="6469" width="496" height="1444" as="geometry"/>
                </mxCell>
                <mxCell id="52" style="edgeStyle=none;html=1;" edge="1" parent="1" source="48" target="51">
                    <mxGeometry relative="1" as="geometry"/>
                </mxCell>
                <mxCell id="53" value="15" style="edgeLabel;html=1;align=center;verticalAlign=middle;resizable=0;points=[];" vertex="1" connectable="0" parent="52">
                    <mxGeometry x="-0.1854" y="-2" relative="1" as="geometry">
                        <mxPoint as="offset"/>
                    </mxGeometry>
                </mxCell>
                <mxCell id="48" value="Section 22 -Building a complete backend New Addition (Phase 2)&#xa;&lt;p class=&quot;p2&quot;&gt;&lt;br&gt;&lt;/p&gt;&#xa;&lt;ul class=&quot;ul1&quot;&gt;&#xa;&lt;ul class=&quot;ul1&quot;&gt;&#xa;&lt;li class=&quot;li1&quot;&gt;Schema for projects tasks and notes&lt;/li&gt;&#xa;&lt;li class=&quot;li1&quot;&gt;&lt;span class=&quot;Apple-converted-space&quot;&gt;&amp;nbsp;&lt;/span&gt;Planning project controllers&lt;span class=&quot;Apple-converted-space&quot;&gt;&amp;nbsp;&lt;/span&gt;&lt;/li&gt;&#xa;&lt;li class=&quot;li1&quot;&gt;Create ,update and delete projects&lt;span class=&quot;Apple-converted-space&quot;&gt;&amp;nbsp;&lt;/span&gt;&lt;/li&gt;&#xa;&lt;li class=&quot;li1&quot;&gt;Write your 1st aggregation pipeline in project controller&lt;/li&gt;&#xa;&lt;li class=&quot;li1&quot;&gt;Writing all controllers for project model&lt;span class=&quot;Apple-converted-space&quot;&gt;&amp;nbsp;&lt;/span&gt;&lt;/li&gt;&#xa;&lt;li class=&quot;li1&quot;&gt;Role base permission implementation&lt;/li&gt;&#xa;&lt;li class=&quot;li1&quot;&gt;Writing&lt;span class=&quot;Apple-converted-space&quot;&gt;&amp;nbsp; &lt;/span&gt;project validators&lt;/li&gt;&#xa;&lt;li class=&quot;li1&quot;&gt;Handling project routes and permissions&lt;/li&gt;&#xa;&lt;li class=&quot;li1&quot;&gt;Boiler plate&lt;span class=&quot;Apple-converted-space&quot;&gt;&amp;nbsp; &lt;/span&gt;code for tasks controllers&lt;/li&gt;&#xa;&lt;li class=&quot;li1&quot;&gt;Upload file with muster in backend&lt;/li&gt;&#xa;&lt;li class=&quot;li1&quot;&gt;Create and get all tasks via populate&lt;/li&gt;&#xa;&lt;li class=&quot;li1&quot;&gt;&lt;span class=&quot;Apple-converted-space&quot;&gt;&amp;nbsp;&lt;/span&gt;Aggregation pipeline to get task by Id&lt;/li&gt;&#xa;&lt;/ul&gt;&#xa;&lt;/ul&gt;" style="text;whiteSpace=wrap;html=1;fillColor=#dae8fc;strokeColor=#6c8ebf;" vertex="1" parent="1">
                    <mxGeometry x="-756.5" y="8126" width="398" height="574" as="geometry"/>
                </mxCell>
                <mxCell id="49" style="edgeStyle=none;html=1;entryX=0.533;entryY=0.009;entryDx=0;entryDy=0;entryPerimeter=0;" edge="1" parent="1" source="45" target="48">
                    <mxGeometry relative="1" as="geometry"/>
                </mxCell>
                <mxCell id="50" value="14" style="edgeLabel;html=1;align=center;verticalAlign=middle;resizable=0;points=[];" vertex="1" connectable="0" parent="49">
                    <mxGeometry x="-0.0742" relative="1" as="geometry">
                        <mxPoint as="offset"/>
                    </mxGeometry>
                </mxCell>
                <mxCell id="55" style="edgeStyle=none;html=1;" edge="1" parent="1" source="51" target="54">
                    <mxGeometry relative="1" as="geometry"/>
                </mxCell>
                <mxCell id="58" value="16" style="edgeLabel;html=1;align=center;verticalAlign=middle;resizable=0;points=[];" vertex="1" connectable="0" parent="55">
                    <mxGeometry x="-0.1831" relative="1" as="geometry">
                        <mxPoint as="offset"/>
                    </mxGeometry>
                </mxCell>
                <mxCell id="51" value="Section 23 - Mega project in backend with MongoDB&#xa;&lt;p class=&quot;p2&quot;&gt;&lt;br&gt;&lt;/p&gt;&#xa;&lt;p class=&quot;p2&quot;&gt;&lt;br&gt;&lt;/p&gt;&#xa;&lt;ul class=&quot;ul1&quot;&gt;&#xa;&lt;ul class=&quot;ul1&quot;&gt;&#xa;&lt;li class=&quot;li1&quot;&gt;Complete backend series -Launch&lt;/li&gt;&#xa;&lt;li class=&quot;li1&quot;&gt;Building web server with node and bun&lt;/li&gt;&#xa;&lt;li class=&quot;li1&quot;&gt;Express crash course&lt;span class=&quot;Apple-converted-space&quot;&gt;&amp;nbsp; &lt;/span&gt;with postman testing&lt;/li&gt;&#xa;&lt;li class=&quot;li1&quot;&gt;Write tests and documentation with Postman and deployment&lt;/li&gt;&#xa;&lt;li class=&quot;li1&quot;&gt;Advance logging with morgan and&lt;span class=&quot;Apple-converted-space&quot;&gt;&amp;nbsp; &lt;/span&gt;Winston&lt;span class=&quot;Apple-converted-space&quot;&gt;&amp;nbsp;&lt;/span&gt;&lt;/li&gt;&#xa;&lt;li class=&quot;li1&quot;&gt;From ida to database design&lt;/li&gt;&#xa;&lt;li class=&quot;li1&quot;&gt;Database design for videoTube.&lt;/li&gt;&#xa;&lt;li class=&quot;li1&quot;&gt;Backend project structure&lt;/li&gt;&#xa;&lt;li class=&quot;li1&quot;&gt;Connect database professionally in MERN&lt;/li&gt;&#xa;&lt;li class=&quot;li1&quot;&gt;Standardized&lt;span class=&quot;Apple-converted-space&quot;&gt;&amp;nbsp; &lt;/span&gt;error and response from server in MERN&lt;/li&gt;&#xa;&lt;li class=&quot;li1&quot;&gt;Healthcheck routes and testing with postman&lt;/li&gt;&#xa;&lt;li class=&quot;li1&quot;&gt;A guide&lt;span class=&quot;Apple-converted-space&quot;&gt;&amp;nbsp; &lt;/span&gt;to build models in MongoDB with aggregation plugin&lt;/li&gt;&#xa;&lt;li class=&quot;li1&quot;&gt;Hooks and methods in mongoose&lt;span class=&quot;Apple-converted-space&quot;&gt;&amp;nbsp; &lt;/span&gt;with JWT&lt;/li&gt;&#xa;&lt;li class=&quot;li1&quot;&gt;How to handle files&lt;span class=&quot;Apple-converted-space&quot;&gt;&amp;nbsp; &lt;/span&gt;in MERN Application&lt;span class=&quot;Apple-converted-space&quot;&gt;&amp;nbsp;&lt;/span&gt;&lt;/li&gt;&#xa;&lt;li class=&quot;li1&quot;&gt;Registration&lt;span class=&quot;Apple-converted-space&quot;&gt;&amp;nbsp; &lt;/span&gt;with ultimate&lt;span class=&quot;Apple-converted-space&quot;&gt;&amp;nbsp; &lt;/span&gt;debugging and refactoring&lt;/li&gt;&#xa;&lt;li class=&quot;li1&quot;&gt;How to write login controller in MERN Backend&lt;/li&gt;&#xa;&lt;li class=&quot;li1&quot;&gt;How to&lt;span class=&quot;Apple-converted-space&quot;&gt;&amp;nbsp; &lt;/span&gt;generate new fresh token&lt;span class=&quot;Apple-converted-space&quot;&gt;&amp;nbsp; &lt;/span&gt;in MERN Backend&lt;/li&gt;&#xa;&lt;li class=&quot;li1&quot;&gt;How to write middleware in MERN backend&lt;/li&gt;&#xa;&lt;li class=&quot;li1&quot;&gt;Practice CRUD in MERN backend&lt;/li&gt;&#xa;&lt;li class=&quot;li1&quot;&gt;How to get complex data with aggregation pipeline in MongoDB&lt;span class=&quot;Apple-converted-space&quot;&gt;&amp;nbsp;&lt;/span&gt;&lt;/li&gt;&#xa;&lt;li class=&quot;li1&quot;&gt;A postman assignment for you in routes&lt;/li&gt;&#xa;&lt;li class=&quot;li1&quot;&gt;Mega backend Project assignment&lt;/li&gt;&#xa;&lt;/ul&gt;&#xa;&lt;/ul&gt;" style="text;whiteSpace=wrap;html=1;fillColor=#dae8fc;strokeColor=#6c8ebf;" vertex="1" parent="1">
                    <mxGeometry x="-761" y="8884" width="449" height="975" as="geometry"/>
                </mxCell>
                <mxCell id="57" style="edgeStyle=none;html=1;exitX=0.5;exitY=1;exitDx=0;exitDy=0;" edge="1" parent="1" source="54" target="56">
                    <mxGeometry relative="1" as="geometry"/>
                </mxCell>
                <mxCell id="59" value="17" style="edgeLabel;html=1;align=center;verticalAlign=middle;resizable=0;points=[];" vertex="1" connectable="0" parent="57">
                    <mxGeometry x="0.0002" y="-2" relative="1" as="geometry">
                        <mxPoint as="offset"/>
                    </mxGeometry>
                </mxCell>
                <mxCell id="54" value="Section 24 - MongoDB advance aggregation&lt;span class=&quot;Apple-converted-space&quot;&gt;&amp;nbsp; &lt;/span&gt;pipelines&#xa;&lt;p class=&quot;p2&quot;&gt;&lt;br&gt;&lt;/p&gt;&#xa;&lt;ul class=&quot;ul1&quot;&gt;&#xa;&lt;ul class=&quot;ul1&quot;&gt;&#xa;&lt;li class=&quot;li1&quot;&gt;&lt;span class=&quot;Apple-converted-space&quot;&gt;&amp;nbsp;&lt;/span&gt;MongoDB aggregation stup&lt;/li&gt;&#xa;&lt;li class=&quot;li1&quot;&gt;Grouping in MongoDB&lt;/li&gt;&#xa;&lt;li class=&quot;li1&quot;&gt;Group sum and more&lt;span class=&quot;Apple-converted-space&quot;&gt;&amp;nbsp;&lt;/span&gt;&lt;/li&gt;&#xa;&lt;li class=&quot;li1&quot;&gt;Dealing with arrays in aggregation&lt;/li&gt;&#xa;&lt;li class=&quot;li1&quot;&gt;Match and project pipeline&lt;span class=&quot;Apple-converted-space&quot;&gt;&amp;nbsp;&lt;/span&gt;&lt;/li&gt;&#xa;&lt;li class=&quot;li1&quot;&gt;Match all operators&lt;span class=&quot;Apple-converted-space&quot;&gt;&amp;nbsp; &lt;/span&gt;of aggregation&lt;span class=&quot;Apple-converted-space&quot;&gt;&amp;nbsp;&lt;/span&gt;&lt;/li&gt;&#xa;&lt;li class=&quot;li1&quot;&gt;Lookup in MongoDB aggregation&lt;span class=&quot;Apple-converted-space&quot;&gt;&amp;nbsp;&lt;/span&gt;&lt;/li&gt;&#xa;&lt;/ul&gt;&#xa;&lt;/ul&gt;" style="text;whiteSpace=wrap;html=1;fillColor=#dae8fc;strokeColor=#6c8ebf;" vertex="1" parent="1">
                    <mxGeometry x="-686" y="10001" width="318" height="400" as="geometry"/>
                </mxCell>
                <mxCell id="61" style="edgeStyle=none;html=1;" edge="1" parent="1" source="56" target="60">
                    <mxGeometry relative="1" as="geometry"/>
                </mxCell>
                <mxCell id="62" value="18" style="edgeLabel;html=1;align=center;verticalAlign=middle;resizable=0;points=[];" vertex="1" connectable="0" parent="61">
                    <mxGeometry x="-0.2777" y="-2" relative="1" as="geometry">
                        <mxPoint as="offset"/>
                    </mxGeometry>
                </mxCell>
                <mxCell id="56" value="Section 25 - A mega course React&lt;span class=&quot;Apple-converted-space&quot;&gt;&amp;nbsp; &lt;/span&gt;with projects - 10 Projects&#xa;&lt;p class=&quot;p2&quot;&gt;&lt;br&gt;&lt;/p&gt;&#xa;&lt;ul class=&quot;ul1&quot;&gt;&#xa;&lt;ul class=&quot;ul1&quot;&gt;&#xa;&lt;li class=&quot;li1&quot;&gt;React Roadmap&lt;/li&gt;&#xa;&lt;li class=&quot;li1&quot;&gt;Create react projects&lt;/li&gt;&#xa;&lt;li class=&quot;li1&quot;&gt;&lt;span class=&quot;Apple-converted-space&quot;&gt;&amp;nbsp;&lt;/span&gt;Understand. The react flow and structure&lt;/li&gt;&#xa;&lt;li class=&quot;li1&quot;&gt;Create your own react library and JSX&lt;span class=&quot;Apple-converted-space&quot;&gt;&amp;nbsp;&lt;/span&gt;&lt;/li&gt;&#xa;&lt;li class=&quot;li1&quot;&gt;Why you need hooks and project&lt;/li&gt;&#xa;&lt;li class=&quot;li1&quot;&gt;Virtual DOM ,Fibre and reconciliation&lt;span class=&quot;Apple-converted-space&quot;&gt;&amp;nbsp;&lt;/span&gt;&lt;/li&gt;&#xa;&lt;li class=&quot;li1&quot;&gt;Tailwind and props in Reactjs&lt;/li&gt;&#xa;&lt;li class=&quot;li1&quot;&gt;Building&lt;span class=&quot;Apple-converted-space&quot;&gt;&amp;nbsp; &lt;/span&gt;a react project bgChanger&lt;/li&gt;&#xa;&lt;li class=&quot;li1&quot;&gt;useEffect ,useRef and useCallback with 1 project&lt;/li&gt;&#xa;&lt;li class=&quot;li1&quot;&gt;Custom hooks in react | Currency project&lt;/li&gt;&#xa;&lt;li class=&quot;li1&quot;&gt;React router crash course&lt;span class=&quot;Apple-converted-space&quot;&gt;&amp;nbsp;&lt;/span&gt;&lt;/li&gt;&#xa;&lt;li class=&quot;li1&quot;&gt;12 context API in fact | get the concept&lt;/li&gt;&#xa;&lt;li class=&quot;li1&quot;&gt;Build&lt;span class=&quot;Apple-converted-space&quot;&gt;&amp;nbsp; &lt;/span&gt;a dark mode light mode&lt;span class=&quot;Apple-converted-space&quot;&gt;&amp;nbsp; &lt;/span&gt;in reactJS with context api&lt;/li&gt;&#xa;&lt;li class=&quot;li1&quot;&gt;Context API with local storage&lt;span class=&quot;Apple-converted-space&quot;&gt;&amp;nbsp;&lt;/span&gt;&lt;/li&gt;&#xa;&lt;/ul&gt;&#xa;&lt;/ul&gt;" style="text;whiteSpace=wrap;html=1;fillColor=#dae8fc;strokeColor=#6c8ebf;" vertex="1" parent="1">
                    <mxGeometry x="-739" y="10599" width="413" height="644" as="geometry"/>
                </mxCell>
                <mxCell id="64" style="edgeStyle=none;html=1;" edge="1" parent="1" source="60" target="63">
                    <mxGeometry relative="1" as="geometry"/>
                </mxCell>
                <mxCell id="65" value="19" style="edgeLabel;html=1;align=center;verticalAlign=middle;resizable=0;points=[];" vertex="1" connectable="0" parent="64">
                    <mxGeometry x="-0.0641" y="-1" relative="1" as="geometry">
                        <mxPoint as="offset"/>
                    </mxGeometry>
                </mxCell>
                <UserObject label="Section 27 - Build&lt;span class=&quot;Apple-converted-space&quot;&gt;&amp;nbsp; &lt;/span&gt;a full stack QnA System&lt;span class=&quot;Apple-converted-space&quot;&gt;&amp;nbsp; &lt;/span&gt;with NextJS and Appwrite&#xa;&lt;p class=&quot;p2&quot;&gt;&lt;br&gt;&lt;/p&gt;&#xa;&lt;p class=&quot;p2&quot;&gt;&lt;br&gt;&lt;/p&gt;&#xa;&lt;ul class=&quot;ul1&quot;&gt;&#xa;&lt;ul class=&quot;ul1&quot;&gt;&#xa;&lt;li class=&quot;li1&quot;&gt;Building&lt;span class=&quot;Apple-converted-space&quot;&gt;&amp;nbsp; &lt;/span&gt;stack overflow clone with nexts and appwrite&lt;span class=&quot;Apple-converted-space&quot;&gt;&amp;nbsp;&lt;/span&gt;&lt;/li&gt;&#xa;&lt;li class=&quot;li1&quot;&gt;Let’s Build stack overflow with next.js&lt;span class=&quot;Apple-converted-space&quot;&gt;&amp;nbsp; &lt;/span&gt;and Appwrite&lt;span class=&quot;Apple-converted-space&quot;&gt;&amp;nbsp;&lt;/span&gt;&lt;/li&gt;&#xa;&lt;li class=&quot;li1&quot;&gt;Appwrite and next.js setup for full stack project&lt;/li&gt;&#xa;&lt;li class=&quot;li1&quot;&gt;Data modeling in appwrite with node SDK&lt;/li&gt;&#xa;&lt;li class=&quot;li1&quot;&gt;Zustand in Next.js with perstiant storage&lt;/li&gt;&#xa;&lt;li class=&quot;li1&quot;&gt;Appwrite Next.js&lt;span class=&quot;Apple-converted-space&quot;&gt;&amp;nbsp; &lt;/span&gt;Zustand Auth crash course&lt;/li&gt;&#xa;&lt;li class=&quot;li1&quot;&gt;Handle User prefs in Appwrite&lt;span class=&quot;Apple-converted-space&quot;&gt;&amp;nbsp;&lt;/span&gt;&lt;/li&gt;&#xa;&lt;li class=&quot;li1&quot;&gt;Complex upvote and downvote, Review of components&lt;span class=&quot;Apple-converted-space&quot;&gt;&amp;nbsp; &lt;/span&gt;for stack overflow , Project&lt;/li&gt;&#xa;&lt;/ul&gt;&#xa;&lt;/ul&gt;" link="Section 27 - Build&lt;span class=&quot;Apple-converted-space&quot;&gt;&amp;nbsp; &lt;/span&gt;a full stack QnA System&lt;span class=&quot;Apple-converted-space&quot;&gt;&amp;nbsp; &lt;/span&gt;with NextJS and Appwrite&#xa;&lt;p class=&quot;p2&quot;&gt;&lt;br&gt;&lt;/p&gt;&#xa;&lt;p class=&quot;p2&quot;&gt;&lt;br&gt;&lt;/p&gt;&#xa;&lt;ul class=&quot;ul1&quot;&gt;&#xa;&lt;ul class=&quot;ul1&quot;&gt;&#xa;&lt;li class=&quot;li1&quot;&gt;Building&lt;span class=&quot;Apple-converted-space&quot;&gt;&amp;nbsp; &lt;/span&gt;stack overflow clone with nexts and appwrite&lt;span class=&quot;Apple-converted-space&quot;&gt;&amp;nbsp;&lt;/span&gt;&lt;/li&gt;&#xa;&lt;li class=&quot;li1&quot;&gt;Let’s Build stack overflow with next.js&lt;span class=&quot;Apple-converted-space&quot;&gt;&amp;nbsp; &lt;/span&gt;and Appwrite&lt;span class=&quot;Apple-converted-space&quot;&gt;&amp;nbsp;&lt;/span&gt;&lt;/li&gt;&#xa;&lt;li class=&quot;li1&quot;&gt;Appwrite and next.js setup for full stack project&lt;/li&gt;&#xa;&lt;li class=&quot;li1&quot;&gt;Data modeling in appwrite with node SDK&lt;/li&gt;&#xa;&lt;li class=&quot;li1&quot;&gt;Zustand in Next.js with perstiant storage&lt;/li&gt;&#xa;&lt;li class=&quot;li1&quot;&gt;Appwrite Next.js&lt;span class=&quot;Apple-converted-space&quot;&gt;&amp;nbsp; &lt;/span&gt;Zustand Auth crash course&lt;/li&gt;&#xa;&lt;li class=&quot;li1&quot;&gt;Handle User prefs in Appwrite&lt;span class=&quot;Apple-converted-space&quot;&gt;&amp;nbsp;&lt;/span&gt;&lt;/li&gt;&#xa;&lt;li class=&quot;li1&quot;&gt;Complex upvote and downvote, Review of components&lt;span class=&quot;Apple-converted-space&quot;&gt;&amp;nbsp; &lt;/span&gt;for stack overflow , Project&lt;/li&gt;&#xa;&lt;/ul&gt;&#xa;&lt;/ul&gt;" id="60">
                    <mxCell style="text;whiteSpace=wrap;html=1;fillColor=#dae8fc;strokeColor=#6c8ebf;" vertex="1" parent="1">
                        <mxGeometry x="-810" y="11488" width="550" height="488" as="geometry"/>
                    </mxCell>
                </UserObject>
                <mxCell id="67" style="edgeStyle=none;html=1;entryX=0.5;entryY=0;entryDx=0;entryDy=0;fillColor=#dae8fc;strokeColor=#6c8ebf;" edge="1" parent="1" source="63" target="66">
                    <mxGeometry relative="1" as="geometry"/>
                </mxCell>
                <mxCell id="68" value="20" style="edgeLabel;html=1;align=center;verticalAlign=middle;resizable=0;points=[];" vertex="1" connectable="0" parent="67">
                    <mxGeometry x="-0.2111" y="1" relative="1" as="geometry">
                        <mxPoint as="offset"/>
                    </mxGeometry>
                </mxCell>
                <mxCell id="63" value="Section 28 - Deploy&#xa;&lt;p class=&quot;p2&quot;&gt;&lt;br&gt;&lt;/p&gt;&#xa;&lt;ul class=&quot;ul1&quot;&gt;&#xa;&lt;ul class=&quot;ul1&quot;&gt;&#xa;&lt;li class=&quot;li1&quot;&gt;Deploy- A series of deployment&lt;span class=&quot;Apple-converted-space&quot;&gt;&amp;nbsp; &lt;/span&gt;code&lt;span class=&quot;Apple-converted-space&quot;&gt;&amp;nbsp;&lt;/span&gt;&lt;/li&gt;&#xa;&lt;li class=&quot;li1&quot;&gt;How to setup VPC for deployment&lt;span class=&quot;Apple-converted-space&quot;&gt;&amp;nbsp;&lt;/span&gt;&lt;/li&gt;&#xa;&lt;li class=&quot;li1&quot;&gt;How to configure ngnix on VPS for the 1st time&lt;span class=&quot;Apple-converted-space&quot;&gt;&amp;nbsp;&lt;/span&gt;&lt;/li&gt;&#xa;&lt;li class=&quot;li1&quot;&gt;How to add rate limiting in ngnix&lt;/li&gt;&#xa;&lt;li class=&quot;li1&quot;&gt;05 How to Configure domain to VPS&lt;/li&gt;&#xa;&lt;li class=&quot;li1&quot;&gt;How to install a SSL on ngnix&lt;span class=&quot;Apple-converted-space&quot;&gt;&amp;nbsp; &lt;/span&gt;on Ubuntu&lt;/li&gt;&#xa;&lt;li class=&quot;li1&quot;&gt;How to deploy&lt;span class=&quot;Apple-converted-space&quot;&gt;&amp;nbsp; &lt;/span&gt;node api with ngnix on VPS&lt;/li&gt;&#xa;&lt;li class=&quot;li1&quot;&gt;Your Vercel on VPS -Coolify&lt;/li&gt;&#xa;&lt;/ul&gt;&#xa;&lt;/ul&gt;" style="text;whiteSpace=wrap;html=1;fillColor=#dae8fc;strokeColor=#6c8ebf;" vertex="1" parent="1">
                    <mxGeometry x="-704" y="12179" width="360" height="435" as="geometry"/>
                </mxCell>
                <mxCell id="70" style="edgeStyle=none;html=1;entryX=0.5;entryY=0;entryDx=0;entryDy=0;" edge="1" parent="1" source="66" target="69">
                    <mxGeometry relative="1" as="geometry"/>
                </mxCell>
                <mxCell id="71" value="21" style="edgeLabel;html=1;align=center;verticalAlign=middle;resizable=0;points=[];" vertex="1" connectable="0" parent="70">
                    <mxGeometry x="-0.2473" y="-2" relative="1" as="geometry">
                        <mxPoint as="offset"/>
                    </mxGeometry>
                </mxCell>
                <UserObject label="Section 29 - Building AI powered SAAS with NextJS, Prisma ,NeonDB&#xa;&lt;p class=&quot;p2&quot;&gt;&lt;br&gt;&lt;/p&gt;&#xa;&lt;p class=&quot;p2&quot;&gt;&lt;br&gt;&lt;/p&gt;&#xa;&lt;ul class=&quot;ul1&quot;&gt;&#xa;&lt;ul class=&quot;ul1&quot;&gt;&#xa;&lt;li class=&quot;li1&quot;&gt;Let’s Build AI powered. SAAS with Next.js and wloudinary&lt;/li&gt;&#xa;&lt;li class=&quot;li1&quot;&gt;How to configure middleware for clerk auth&lt;/li&gt;&#xa;&lt;li class=&quot;li1&quot;&gt;How to setup&lt;span class=&quot;Apple-converted-space&quot;&gt;&amp;nbsp; &lt;/span&gt;clerk auth in Next.js&lt;/li&gt;&#xa;&lt;li class=&quot;li1&quot;&gt;Setup Prisma with neaonDB for your SAAS&lt;/li&gt;&#xa;&lt;li class=&quot;li1&quot;&gt;How to upload anything on cloudinary Next.js image component&lt;/li&gt;&#xa;&lt;li class=&quot;li1&quot;&gt;How to handle&lt;span class=&quot;Apple-converted-space&quot;&gt;&amp;nbsp; &lt;/span&gt;video upload in Next.js&lt;/li&gt;&#xa;&lt;li class=&quot;li1&quot;&gt;Smart video preview with culinary AI&lt;/li&gt;&#xa;&lt;li class=&quot;li1&quot;&gt;09 Final sum- up and the feature recommendation&lt;/li&gt;&#xa;&lt;/ul&gt;&#xa;&lt;/ul&gt;" link="Section 29 - Building AI powered SAAS with NextJS, Prisma ,NeonDB&#xa;&lt;p class=&quot;p2&quot;&gt;&lt;br&gt;&lt;/p&gt;&#xa;&lt;p class=&quot;p2&quot;&gt;&lt;br&gt;&lt;/p&gt;&#xa;&lt;ul class=&quot;ul1&quot;&gt;&#xa;&lt;ul class=&quot;ul1&quot;&gt;&#xa;&lt;li class=&quot;li1&quot;&gt;Let’s Build AI powered. SAAS with Next.js and wloudinary&lt;/li&gt;&#xa;&lt;li class=&quot;li1&quot;&gt;How to configure middleware for clerk auth&lt;/li&gt;&#xa;&lt;li class=&quot;li1&quot;&gt;How to setup&lt;span class=&quot;Apple-converted-space&quot;&gt;&amp;nbsp; &lt;/span&gt;clerk auth in Next.js&lt;/li&gt;&#xa;&lt;li class=&quot;li1&quot;&gt;Setup Prisma with neaonDB for your SAAS&lt;/li&gt;&#xa;&lt;li class=&quot;li1&quot;&gt;How to upload anything on cloudinary Next.js image component&lt;/li&gt;&#xa;&lt;li class=&quot;li1&quot;&gt;How to handle&lt;span class=&quot;Apple-converted-space&quot;&gt;&amp;nbsp; &lt;/span&gt;video upload in Next.js&lt;/li&gt;&#xa;&lt;li class=&quot;li1&quot;&gt;Smart video preview with culinary AI&lt;/li&gt;&#xa;&lt;li class=&quot;li1&quot;&gt;09 Final sum- up and the feature recommendation&lt;/li&gt;&#xa;&lt;/ul&gt;&#xa;&lt;/ul&gt;" id="66">
                    <mxCell style="text;whiteSpace=wrap;html=1;fillColor=#dae8fc;strokeColor=#6c8ebf;" vertex="1" parent="1">
                        <mxGeometry x="-747.5" y="12794" width="447" height="488" as="geometry"/>
                    </mxCell>
                </UserObject>
                <mxCell id="73" style="edgeStyle=none;html=1;" edge="1" parent="1" source="69" target="72">
                    <mxGeometry relative="1" as="geometry"/>
                </mxCell>
                <mxCell id="74" value="22" style="edgeLabel;html=1;align=center;verticalAlign=middle;resizable=0;points=[];" vertex="1" connectable="0" parent="73">
                    <mxGeometry x="-0.2623" y="-1" relative="1" as="geometry">
                        <mxPoint as="offset"/>
                    </mxGeometry>
                </mxCell>
                <mxCell id="69" value="Section 30 - Master SQL for web developers | Mysql and Prostgresql&#xa;&lt;p class=&quot;p2&quot;&gt;&lt;br&gt;&lt;/p&gt;&#xa;&lt;p class=&quot;p2&quot;&gt;&lt;br&gt;&lt;/p&gt;&#xa;&lt;ul class=&quot;ul1&quot;&gt;&#xa;&lt;ul class=&quot;ul1&quot;&gt;&#xa;&lt;li class=&quot;li1&quot;&gt;Introduction to SQL for web developers&lt;span class=&quot;Apple-converted-space&quot;&gt;&amp;nbsp;&lt;/span&gt;&lt;/li&gt;&#xa;&lt;li class=&quot;li1&quot;&gt;SQL Terminologies&lt;span class=&quot;Apple-converted-space&quot;&gt;&amp;nbsp;&lt;/span&gt;&lt;/li&gt;&#xa;&lt;li class=&quot;li1&quot;&gt;MYSQL postgresql and sqlite in real world&lt;/li&gt;&#xa;&lt;li class=&quot;li1&quot;&gt;How to install&lt;span class=&quot;Apple-converted-space&quot;&gt;&amp;nbsp; &lt;/span&gt;Postgresql on a local machine&lt;/li&gt;&#xa;&lt;li class=&quot;li1&quot;&gt;A tour of PGAdmin 4 of postgresql&lt;/li&gt;&#xa;&lt;li class=&quot;li1&quot;&gt;MySQL and mySQL&lt;span class=&quot;Apple-converted-space&quot;&gt;&amp;nbsp; &lt;/span&gt;workbench&lt;span class=&quot;Apple-converted-space&quot;&gt;&amp;nbsp; &lt;/span&gt;installation and Tour&lt;/li&gt;&#xa;&lt;li class=&quot;li1&quot;&gt;SQL Extension for VSCode&lt;/li&gt;&#xa;&lt;li class=&quot;li1&quot;&gt;A complete&lt;span class=&quot;Apple-converted-space&quot;&gt;&amp;nbsp; &lt;/span&gt;crash course on CRUD operation&lt;span class=&quot;Apple-converted-space&quot;&gt;&amp;nbsp;&lt;/span&gt;&lt;/li&gt;&#xa;&lt;li class=&quot;li1&quot;&gt;Entity Relationship&lt;span class=&quot;Apple-converted-space&quot;&gt;&amp;nbsp; &lt;/span&gt;diagrams in depth&lt;/li&gt;&#xa;&lt;li class=&quot;li1&quot;&gt;DDL - CREATE ALTER DROP TRUNCATE and RENAME&lt;/li&gt;&#xa;&lt;li class=&quot;li1&quot;&gt;DML - INSERT UPDATE DELETE and SELECT&lt;/li&gt;&#xa;&lt;li class=&quot;li1&quot;&gt;DCL - GRANT and REVOKE access to database&lt;span class=&quot;Apple-converted-space&quot;&gt;&amp;nbsp;&lt;/span&gt;&lt;/li&gt;&#xa;&lt;li class=&quot;li1&quot;&gt;TCL - BEGIN COMMIT ROLLBACK and SAVEPOINT&lt;/li&gt;&#xa;&lt;li class=&quot;li1&quot;&gt;DTO&lt;span class=&quot;Apple-converted-space&quot;&gt;&amp;nbsp; &lt;/span&gt;and QQL in SQL&lt;/li&gt;&#xa;&lt;li class=&quot;li1&quot;&gt;First normal form of database&lt;/li&gt;&#xa;&lt;li class=&quot;li1&quot;&gt;Second and Third Normal form&lt;span class=&quot;Apple-converted-space&quot;&gt;&amp;nbsp;&lt;/span&gt;&lt;/li&gt;&#xa;&lt;li class=&quot;li1&quot;&gt;Concept of Join and inner Join&lt;/li&gt;&#xa;&lt;li class=&quot;li1&quot;&gt;LEFT RIGHT OUTER and cross Joins are so easy now&lt;/li&gt;&#xa;&lt;li class=&quot;li1&quot;&gt;Aggregate Function and Inner Queries&lt;span class=&quot;Apple-converted-space&quot;&gt;&amp;nbsp;&lt;/span&gt;&lt;/li&gt;&#xa;&lt;li class=&quot;li1&quot;&gt;Moving toward ORM - PRISMA and DRIZZLE&lt;/li&gt;&#xa;&lt;/ul&gt;&#xa;&lt;/ul&gt;" style="text;whiteSpace=wrap;html=1;fillColor=#dae8fc;strokeColor=#6c8ebf;" vertex="1" parent="1">
                    <mxGeometry x="-733" y="13476" width="414" height="905" as="geometry"/>
                </mxCell>
                <mxCell id="76" style="edgeStyle=none;html=1;" edge="1" parent="1" source="72" target="75">
                    <mxGeometry relative="1" as="geometry"/>
                </mxCell>
                <mxCell id="83" value="23" style="edgeLabel;html=1;align=center;verticalAlign=middle;resizable=0;points=[];" vertex="1" connectable="0" parent="76">
                    <mxGeometry x="-0.3218" y="-1" relative="1" as="geometry">
                        <mxPoint as="offset"/>
                    </mxGeometry>
                </mxCell>
                <mxCell id="72" value="Section 31 -Event Driven&lt;span class=&quot;Apple-converted-space&quot;&gt;&amp;nbsp; &lt;/span&gt;Architecture&lt;span class=&quot;Apple-converted-space&quot;&gt;&amp;nbsp; &lt;/span&gt;- Full Stack Project&lt;span class=&quot;Apple-converted-space&quot;&gt;&amp;nbsp;&lt;/span&gt;&#xa;&lt;p class=&quot;p2&quot;&gt;&lt;br&gt;&lt;/p&gt;&#xa;&lt;p class=&quot;p2&quot;&gt;&lt;br&gt;&lt;/p&gt;&#xa;&lt;ul class=&quot;ul1&quot;&gt;&#xa;&lt;ul class=&quot;ul1&quot;&gt;&#xa;&lt;li class=&quot;li1&quot;&gt;Lets build a SAAS starter template with Clerk and NextJS&lt;/li&gt;&#xa;&lt;li class=&quot;li1&quot;&gt;Event Driven Architecture - A guide on Clerk webhooks&lt;/li&gt;&#xa;&lt;li class=&quot;li1&quot;&gt;Handle NeonDB (Postgresql) with NextJS&lt;/li&gt;&#xa;&lt;li class=&quot;li1&quot;&gt;How to handle Custom Signup Flow in Clerk&lt;/li&gt;&#xa;&lt;li class=&quot;li1&quot;&gt;Clerk Middleware guide for Role based&lt;span class=&quot;Apple-converted-space&quot;&gt;&amp;nbsp; &lt;/span&gt;access&lt;span class=&quot;Apple-converted-space&quot;&gt;&amp;nbsp;&lt;/span&gt;&lt;/li&gt;&#xa;&lt;li class=&quot;li1&quot;&gt;Crash course&lt;span class=&quot;Apple-converted-space&quot;&gt;&amp;nbsp; &lt;/span&gt;on Handling webHooks - Clerk Webhooks&lt;/li&gt;&#xa;&lt;li class=&quot;li1&quot;&gt;A crash course on prisma CRUD and Pagination&lt;/li&gt;&#xa;&lt;li class=&quot;li1&quot;&gt;Handling API calls in frontend in NextJS&lt;/li&gt;&#xa;&lt;/ul&gt;&#xa;&lt;/ul&gt;" style="text;whiteSpace=wrap;html=1;fillColor=#dae8fc;strokeColor=#6c8ebf;" vertex="1" parent="1">
                    <mxGeometry x="-739" y="14522" width="413" height="488" as="geometry"/>
                </mxCell>
                <mxCell id="78" style="edgeStyle=none;html=1;" edge="1" parent="1" source="75" target="77">
                    <mxGeometry relative="1" as="geometry"/>
                </mxCell>
                <mxCell id="84" value="24" style="edgeLabel;html=1;align=center;verticalAlign=middle;resizable=0;points=[];" vertex="1" connectable="0" parent="78">
                    <mxGeometry x="-0.1174" y="-2" relative="1" as="geometry">
                        <mxPoint as="offset"/>
                    </mxGeometry>
                </mxCell>
                <mxCell id="75" value="Section 32 - Master Fastify Framework. By building a complete backend&lt;span class=&quot;Apple-converted-space&quot;&gt;&amp;nbsp; &lt;/span&gt;with Authentication&lt;span class=&quot;Apple-converted-space&quot;&gt;&amp;nbsp;&lt;/span&gt;&#xa;&lt;p class=&quot;p2&quot;&gt;&lt;br&gt;&lt;/p&gt;&#xa;&lt;ul class=&quot;ul1&quot;&gt;&#xa;&lt;ul class=&quot;ul1&quot;&gt;&#xa;&lt;li class=&quot;li1&quot;&gt;A complete backend project on Fastify&lt;/li&gt;&#xa;&lt;li class=&quot;li1&quot;&gt;Reading Fastify docs together&lt;/li&gt;&#xa;&lt;li class=&quot;li1&quot;&gt;Fastify server and plugin ecosystem&lt;/li&gt;&#xa;&lt;li class=&quot;li1&quot;&gt;Building your own plugins in Fastify&lt;/li&gt;&#xa;&lt;li class=&quot;li1&quot;&gt;User authentication and fustily jet plugins with middleware&lt;/li&gt;&#xa;&lt;li class=&quot;li1&quot;&gt;Learn about straws in nodes and Fastify file handling&lt;/li&gt;&#xa;&lt;/ul&gt;&#xa;&lt;/ul&gt;" style="text;whiteSpace=wrap;html=1;fillColor=#dae8fc;strokeColor=#6c8ebf;" vertex="1" parent="1">
                    <mxGeometry x="-780" y="15181" width="520" height="365" as="geometry"/>
                </mxCell>
                <mxCell id="80" style="edgeStyle=none;html=1;" edge="1" parent="1" source="77" target="79">
                    <mxGeometry relative="1" as="geometry"/>
                </mxCell>
                <mxCell id="85" value="25" style="edgeLabel;html=1;align=center;verticalAlign=middle;resizable=0;points=[];" vertex="1" connectable="0" parent="80">
                    <mxGeometry x="-0.025" relative="1" as="geometry">
                        <mxPoint as="offset"/>
                    </mxGeometry>
                </mxCell>
                <mxCell id="77" value="Section 33 - Secure LMS with Payment gateway for senior developers&#xa;&lt;p class=&quot;p2&quot;&gt;&lt;br&gt;&lt;/p&gt;&#xa;&lt;ul class=&quot;ul1&quot;&gt;&#xa;&lt;ul class=&quot;ul1&quot;&gt;&#xa;&lt;li class=&quot;li1&quot;&gt;A challenge for you in building logic&lt;/li&gt;&#xa;&lt;li class=&quot;li1&quot;&gt;Building&lt;span class=&quot;Apple-converted-space&quot;&gt;&amp;nbsp; &lt;/span&gt;score LMS&lt;span class=&quot;Apple-converted-space&quot;&gt;&amp;nbsp; &lt;/span&gt;with payment gateway&lt;/li&gt;&#xa;&lt;li class=&quot;li1&quot;&gt;Development staging and&lt;span class=&quot;Apple-converted-space&quot;&gt;&amp;nbsp; &lt;/span&gt;production mode&lt;/li&gt;&#xa;&lt;li class=&quot;li1&quot;&gt;Adding production level loggers and error handlers&lt;/li&gt;&#xa;&lt;li class=&quot;li1&quot;&gt;Protecting your application with sql css and other attacks&lt;span class=&quot;Apple-converted-space&quot;&gt;&amp;nbsp;&lt;/span&gt;&lt;/li&gt;&#xa;&lt;li class=&quot;li1&quot;&gt;Handle database connection like senior dev&lt;/li&gt;&#xa;&lt;li class=&quot;li1&quot;&gt;Mongoose with virtual and hooks&lt;span class=&quot;Apple-converted-space&quot;&gt;&amp;nbsp;&lt;/span&gt;&lt;/li&gt;&#xa;&lt;li class=&quot;li1&quot;&gt;Course&lt;span class=&quot;Apple-converted-space&quot;&gt;&amp;nbsp; &lt;/span&gt;and lecture models with hooks and virtual&lt;/li&gt;&#xa;&lt;li class=&quot;li1&quot;&gt;Indexing of document fields&lt;span class=&quot;Apple-converted-space&quot;&gt;&amp;nbsp; &lt;/span&gt;in mongoldb&lt;/li&gt;&#xa;&lt;li class=&quot;li1&quot;&gt;Multer cloudinary and jsonwebtokens&lt;/li&gt;&#xa;&lt;li class=&quot;li1&quot;&gt;Health&lt;span class=&quot;Apple-converted-space&quot;&gt;&amp;nbsp; &lt;/span&gt;check routes are important for AWS loadbalancers&lt;/li&gt;&#xa;&lt;li class=&quot;li1&quot;&gt;Populated , middleware&lt;span class=&quot;Apple-converted-space&quot;&gt;&amp;nbsp; &lt;/span&gt;and virtual&lt;span class=&quot;Apple-converted-space&quot;&gt;&amp;nbsp; &lt;/span&gt;fields&lt;span class=&quot;Apple-converted-space&quot;&gt;&amp;nbsp;&lt;/span&gt;&lt;/li&gt;&#xa;&lt;li class=&quot;li1&quot;&gt;Populate , middleware and virtual fields&lt;/li&gt;&#xa;&lt;li class=&quot;li1&quot;&gt;Centralised&lt;span class=&quot;Apple-converted-space&quot;&gt;&amp;nbsp; &lt;/span&gt;validation&lt;span class=&quot;Apple-converted-space&quot;&gt;&amp;nbsp; &lt;/span&gt;in backend&lt;/li&gt;&#xa;&lt;li class=&quot;li1&quot;&gt;Theory behind payment getaway integration.&lt;/li&gt;&#xa;&lt;li class=&quot;li1&quot;&gt;Razorpay order creation and verification&lt;span class=&quot;Apple-converted-space&quot;&gt;&amp;nbsp;&lt;/span&gt;&lt;/li&gt;&#xa;&lt;/ul&gt;&#xa;&lt;/ul&gt;" style="text;whiteSpace=wrap;html=1;fillColor=#dae8fc;strokeColor=#6c8ebf;" vertex="1" parent="1">
                    <mxGeometry x="-716.5" y="15734" width="416" height="713" as="geometry"/>
                </mxCell>
                <mxCell id="82" style="edgeStyle=none;html=1;" edge="1" parent="1" source="79" target="81">
                    <mxGeometry relative="1" as="geometry"/>
                </mxCell>
                <mxCell id="86" value="26" style="edgeLabel;html=1;align=center;verticalAlign=middle;resizable=0;points=[];" vertex="1" connectable="0" parent="82">
                    <mxGeometry x="-0.1797" y="1" relative="1" as="geometry">
                        <mxPoint as="offset"/>
                    </mxGeometry>
                </mxCell>
                <mxCell id="79" value="Section 34 - Docker&lt;span class=&quot;Apple-converted-space&quot;&gt;&amp;nbsp; &lt;/span&gt;and containers for web developers&#xa;&lt;p class=&quot;p2&quot;&gt;&lt;br&gt;&lt;/p&gt;&#xa;&lt;ul class=&quot;ul1&quot;&gt;&#xa;&lt;ul class=&quot;ul1&quot;&gt;&#xa;&lt;li class=&quot;li1&quot;&gt;Foundation of containers&lt;span class=&quot;Apple-converted-space&quot;&gt;&amp;nbsp;&lt;/span&gt;&lt;/li&gt;&#xa;&lt;li class=&quot;li1&quot;&gt;Containers Vs Virtual Machines&lt;span class=&quot;Apple-converted-space&quot;&gt;&amp;nbsp;&lt;/span&gt;&lt;/li&gt;&#xa;&lt;li class=&quot;li1&quot;&gt;Why developers. Should use containers&lt;/li&gt;&#xa;&lt;li class=&quot;li1&quot;&gt;Install docker on linux&lt;/li&gt;&#xa;&lt;li class=&quot;li1&quot;&gt;Install docker on Mac&lt;/li&gt;&#xa;&lt;li class=&quot;li1&quot;&gt;Run your first. Container&lt;/li&gt;&#xa;&lt;li class=&quot;li1&quot;&gt;Docker CLI commands&lt;/li&gt;&#xa;&lt;li class=&quot;li1&quot;&gt;Key docker concepts: Images, Containers,Dockerfiles&lt;/li&gt;&#xa;&lt;li class=&quot;li1&quot;&gt;Writing a Dockerfile and building a container image&lt;/li&gt;&#xa;&lt;li class=&quot;li1&quot;&gt;Managing containers: Running, Stopping ,Removing&lt;/li&gt;&#xa;&lt;li class=&quot;li1&quot;&gt;Containerizing a simple node’s app&lt;/li&gt;&#xa;&lt;li class=&quot;li1&quot;&gt;Docker multi-stage build&lt;/li&gt;&#xa;&lt;/ul&gt;&#xa;&lt;/ul&gt;" style="text;whiteSpace=wrap;html=1;fillColor=#dae8fc;strokeColor=#6c8ebf;" vertex="1" parent="1">
                    <mxGeometry x="-704" y="16607" width="393" height="574" as="geometry"/>
                </mxCell>
                <UserObject label="Section 36 - Building&lt;span class=&quot;Apple-converted-space&quot;&gt;&amp;nbsp; &lt;/span&gt;a Vide&lt;span class=&quot;Apple-converted-space&quot;&gt;&amp;nbsp; &lt;/span&gt;code editor -NextJS + AI full stack project&#xa;&lt;p class=&quot;p2&quot;&gt;&lt;br&gt;&lt;/p&gt;&#xa;&lt;ul class=&quot;ul1&quot;&gt;&#xa;&lt;ul class=&quot;ul1&quot;&gt;&#xa;&lt;li class=&quot;li1&quot;&gt;Introduction to this Project and why it exists&lt;/li&gt;&#xa;&lt;li class=&quot;li1&quot;&gt;Next.js Setup made easy | Kickstart your Fullstack Journey&lt;/li&gt;&#xa;&lt;li class=&quot;li1&quot;&gt;Initialize Prisma and connect to MongoDB | Step by step guide&lt;/li&gt;&#xa;&lt;li class=&quot;li1&quot;&gt;Next.Js Authentication Setup | Google&lt;span class=&quot;Apple-converted-space&quot;&gt;&amp;nbsp; &lt;/span&gt;&amp;amp; Github OAuth Guide&lt;/li&gt;&#xa;&lt;li class=&quot;li1&quot;&gt;Building Authentication Logic with Prisma Schema&lt;/li&gt;&#xa;&lt;li class=&quot;li1&quot;&gt;Implementing Sigin in jwt sessions&lt;span class=&quot;Apple-converted-space&quot;&gt;&amp;nbsp;&lt;/span&gt;&lt;/li&gt;&#xa;&lt;li class=&quot;li1&quot;&gt;Implementing sigin in UI&lt;/li&gt;&#xa;&lt;li class=&quot;li1&quot;&gt;Implementing signing in UI part2&lt;/li&gt;&#xa;&lt;li class=&quot;li1&quot;&gt;Implenting sign in UI part2&lt;/li&gt;&#xa;&lt;li class=&quot;li1&quot;&gt;Implementing sign in UI part 3&lt;/li&gt;&#xa;&lt;li class=&quot;li1&quot;&gt;Landing page Design&lt;/li&gt;&#xa;&lt;li class=&quot;li1&quot;&gt;Building&lt;span class=&quot;Apple-converted-space&quot;&gt;&amp;nbsp; &lt;/span&gt;a dashboard UI&lt;/li&gt;&#xa;&lt;li class=&quot;li1&quot;&gt;Template selecting modal&lt;/li&gt;&#xa;&lt;li class=&quot;li1&quot;&gt;Playground&lt;span class=&quot;Apple-converted-space&quot;&gt;&amp;nbsp; &lt;/span&gt;functionality 1&lt;/li&gt;&#xa;&lt;li class=&quot;li1&quot;&gt;Playground functionality 2&lt;/li&gt;&#xa;&lt;li class=&quot;li1&quot;&gt;Playground Functionality 3&lt;/li&gt;&#xa;&lt;li class=&quot;li1&quot;&gt;File explorer part 1&lt;/li&gt;&#xa;&lt;li class=&quot;li1&quot;&gt;File explorer part 2&lt;/li&gt;&#xa;&lt;li class=&quot;li1&quot;&gt;Monaco editor part 1&lt;/li&gt;&#xa;&lt;li class=&quot;li1&quot;&gt;Monaco editor part 2&lt;/li&gt;&#xa;&lt;li class=&quot;li1&quot;&gt;Monaco editor part 3&lt;/li&gt;&#xa;&lt;li class=&quot;li1&quot;&gt;Webcontainers part 1&lt;/li&gt;&#xa;&lt;li class=&quot;li1&quot;&gt;Webcontaieners part 2&lt;/li&gt;&#xa;&lt;li class=&quot;li1&quot;&gt;IDE Features&lt;span class=&quot;Apple-converted-space&quot;&gt;&amp;nbsp;&lt;/span&gt;&lt;/li&gt;&#xa;&lt;li class=&quot;li1&quot;&gt;Ollama setup 1&lt;span class=&quot;Apple-converted-space&quot;&gt;&amp;nbsp;&lt;/span&gt;&lt;/li&gt;&#xa;&lt;li class=&quot;li1&quot;&gt;Ollama setup 2&lt;/li&gt;&#xa;&lt;li class=&quot;li1&quot;&gt;AI module Part 1 part a&lt;/li&gt;&#xa;&lt;li class=&quot;li1&quot;&gt;AI Moduler Part 1 part b&lt;/li&gt;&#xa;&lt;li class=&quot;li1&quot;&gt;AI Module Part 1 part c&lt;/li&gt;&#xa;&lt;li class=&quot;li1&quot;&gt;AI Module Part 2 part a&lt;/li&gt;&#xa;&lt;li class=&quot;li1&quot;&gt;AI Module Part 2 part b&lt;/li&gt;&#xa;&lt;li class=&quot;li1&quot;&gt;Assigment Discussion&lt;span class=&quot;Apple-converted-space&quot;&gt;&amp;nbsp;&lt;/span&gt;&lt;/li&gt;&#xa;&lt;/ul&gt;&#xa;&lt;/ul&gt;" link="Section 36 - Building&lt;span class=&quot;Apple-converted-space&quot;&gt;&amp;nbsp; &lt;/span&gt;a Vide&lt;span class=&quot;Apple-converted-space&quot;&gt;&amp;nbsp; &lt;/span&gt;code editor -NextJS + AI full stack project&#xa;&lt;p class=&quot;p2&quot;&gt;&lt;br&gt;&lt;/p&gt;&#xa;&lt;ul class=&quot;ul1&quot;&gt;&#xa;&lt;ul class=&quot;ul1&quot;&gt;&#xa;&lt;li class=&quot;li1&quot;&gt;Introduction to this Project and why it exists&lt;/li&gt;&#xa;&lt;li class=&quot;li1&quot;&gt;Next.js Setup made easy | Kickstart your Fullstack Journey&lt;/li&gt;&#xa;&lt;li class=&quot;li1&quot;&gt;Initialize Prisma and connect to MongoDB | Step by step guide&lt;/li&gt;&#xa;&lt;li class=&quot;li1&quot;&gt;Next.Js Authentication Setup | Google&lt;span class=&quot;Apple-converted-space&quot;&gt;&amp;nbsp; &lt;/span&gt;&amp;amp; Github OAuth Guide&lt;/li&gt;&#xa;&lt;li class=&quot;li1&quot;&gt;Building Authentication Logic with Prisma Schema&lt;/li&gt;&#xa;&lt;li class=&quot;li1&quot;&gt;Implementing Sigin in jwt sessions&lt;span class=&quot;Apple-converted-space&quot;&gt;&amp;nbsp;&lt;/span&gt;&lt;/li&gt;&#xa;&lt;li class=&quot;li1&quot;&gt;Implementing sigin in UI&lt;/li&gt;&#xa;&lt;li class=&quot;li1&quot;&gt;Implementing signing in UI part2&lt;/li&gt;&#xa;&lt;li class=&quot;li1&quot;&gt;Implenting sign in UI part2&lt;/li&gt;&#xa;&lt;li class=&quot;li1&quot;&gt;Implementing sign in UI part 3&lt;/li&gt;&#xa;&lt;li class=&quot;li1&quot;&gt;Landing page Design&lt;/li&gt;&#xa;&lt;li class=&quot;li1&quot;&gt;Building&lt;span class=&quot;Apple-converted-space&quot;&gt;&amp;nbsp; &lt;/span&gt;a dashboard UI&lt;/li&gt;&#xa;&lt;li class=&quot;li1&quot;&gt;Template selecting modal&lt;/li&gt;&#xa;&lt;li class=&quot;li1&quot;&gt;Playground&lt;span class=&quot;Apple-converted-space&quot;&gt;&amp;nbsp; &lt;/span&gt;functionality 1&lt;/li&gt;&#xa;&lt;li class=&quot;li1&quot;&gt;Playground functionality 2&lt;/li&gt;&#xa;&lt;li class=&quot;li1&quot;&gt;Playground Functionality 3&lt;/li&gt;&#xa;&lt;li class=&quot;li1&quot;&gt;File explorer part 1&lt;/li&gt;&#xa;&lt;li class=&quot;li1&quot;&gt;File explorer part 2&lt;/li&gt;&#xa;&lt;li class=&quot;li1&quot;&gt;Monaco editor part 1&lt;/li&gt;&#xa;&lt;li class=&quot;li1&quot;&gt;Monaco editor part 2&lt;/li&gt;&#xa;&lt;li class=&quot;li1&quot;&gt;Monaco editor part 3&lt;/li&gt;&#xa;&lt;li class=&quot;li1&quot;&gt;Webcontainers part 1&lt;/li&gt;&#xa;&lt;li class=&quot;li1&quot;&gt;Webcontaieners part 2&lt;/li&gt;&#xa;&lt;li class=&quot;li1&quot;&gt;IDE Features&lt;span class=&quot;Apple-converted-space&quot;&gt;&amp;nbsp;&lt;/span&gt;&lt;/li&gt;&#xa;&lt;li class=&quot;li1&quot;&gt;Ollama setup 1&lt;span class=&quot;Apple-converted-space&quot;&gt;&amp;nbsp;&lt;/span&gt;&lt;/li&gt;&#xa;&lt;li class=&quot;li1&quot;&gt;Ollama setup 2&lt;/li&gt;&#xa;&lt;li class=&quot;li1&quot;&gt;AI module Part 1 part a&lt;/li&gt;&#xa;&lt;li class=&quot;li1&quot;&gt;AI Moduler Part 1 part b&lt;/li&gt;&#xa;&lt;li class=&quot;li1&quot;&gt;AI Module Part 1 part c&lt;/li&gt;&#xa;&lt;li class=&quot;li1&quot;&gt;AI Module Part 2 part a&lt;/li&gt;&#xa;&lt;li class=&quot;li1&quot;&gt;AI Module Part 2 part b&lt;/li&gt;&#xa;&lt;li class=&quot;li1&quot;&gt;Assigment Discussion&lt;span class=&quot;Apple-converted-space&quot;&gt;&amp;nbsp;&lt;/span&gt;&lt;/li&gt;&#xa;&lt;/ul&gt;&#xa;&lt;/ul&gt;" id="81">
                    <mxCell style="text;whiteSpace=wrap;html=1;fillColor=#dae8fc;strokeColor=#6c8ebf;" vertex="1" parent="1">
                        <mxGeometry x="-720" y="17359" width="440" height="1270" as="geometry"/>
                    </mxCell>
                </UserObject>
                <mxCell id="93" value="&lt;h1 style=&quot;margin-top: 0px;&quot;&gt;Tools required&lt;/h1&gt;&lt;p&gt;google chrome&lt;/p&gt;&lt;p&gt;vs code&amp;nbsp;&lt;/p&gt;" style="text;html=1;whiteSpace=wrap;overflow=hidden;rounded=0;strokeColor=default;shadow=1;" vertex="1" parent="1">
                    <mxGeometry x="-292" y="-634.5" width="180" height="120" as="geometry"/>
                </mxCell>
+                 <mxCell id="95" value="HTML :&amp;nbsp;&lt;br&gt;Hyper text markup language" style="whiteSpace=wrap;html=1;align=left;verticalAlign=top;fillColor=#dae8fc;strokeColor=#6c8ebf;gradientColor=none;" vertex="1" parent="1">
+                     <mxGeometry x="-308.5" y="292.5" width="120" height="60" as="geometry"/>
+                 </mxCell>
            </root>
        </mxGraphModel>
    </diagram>
</mxfile>